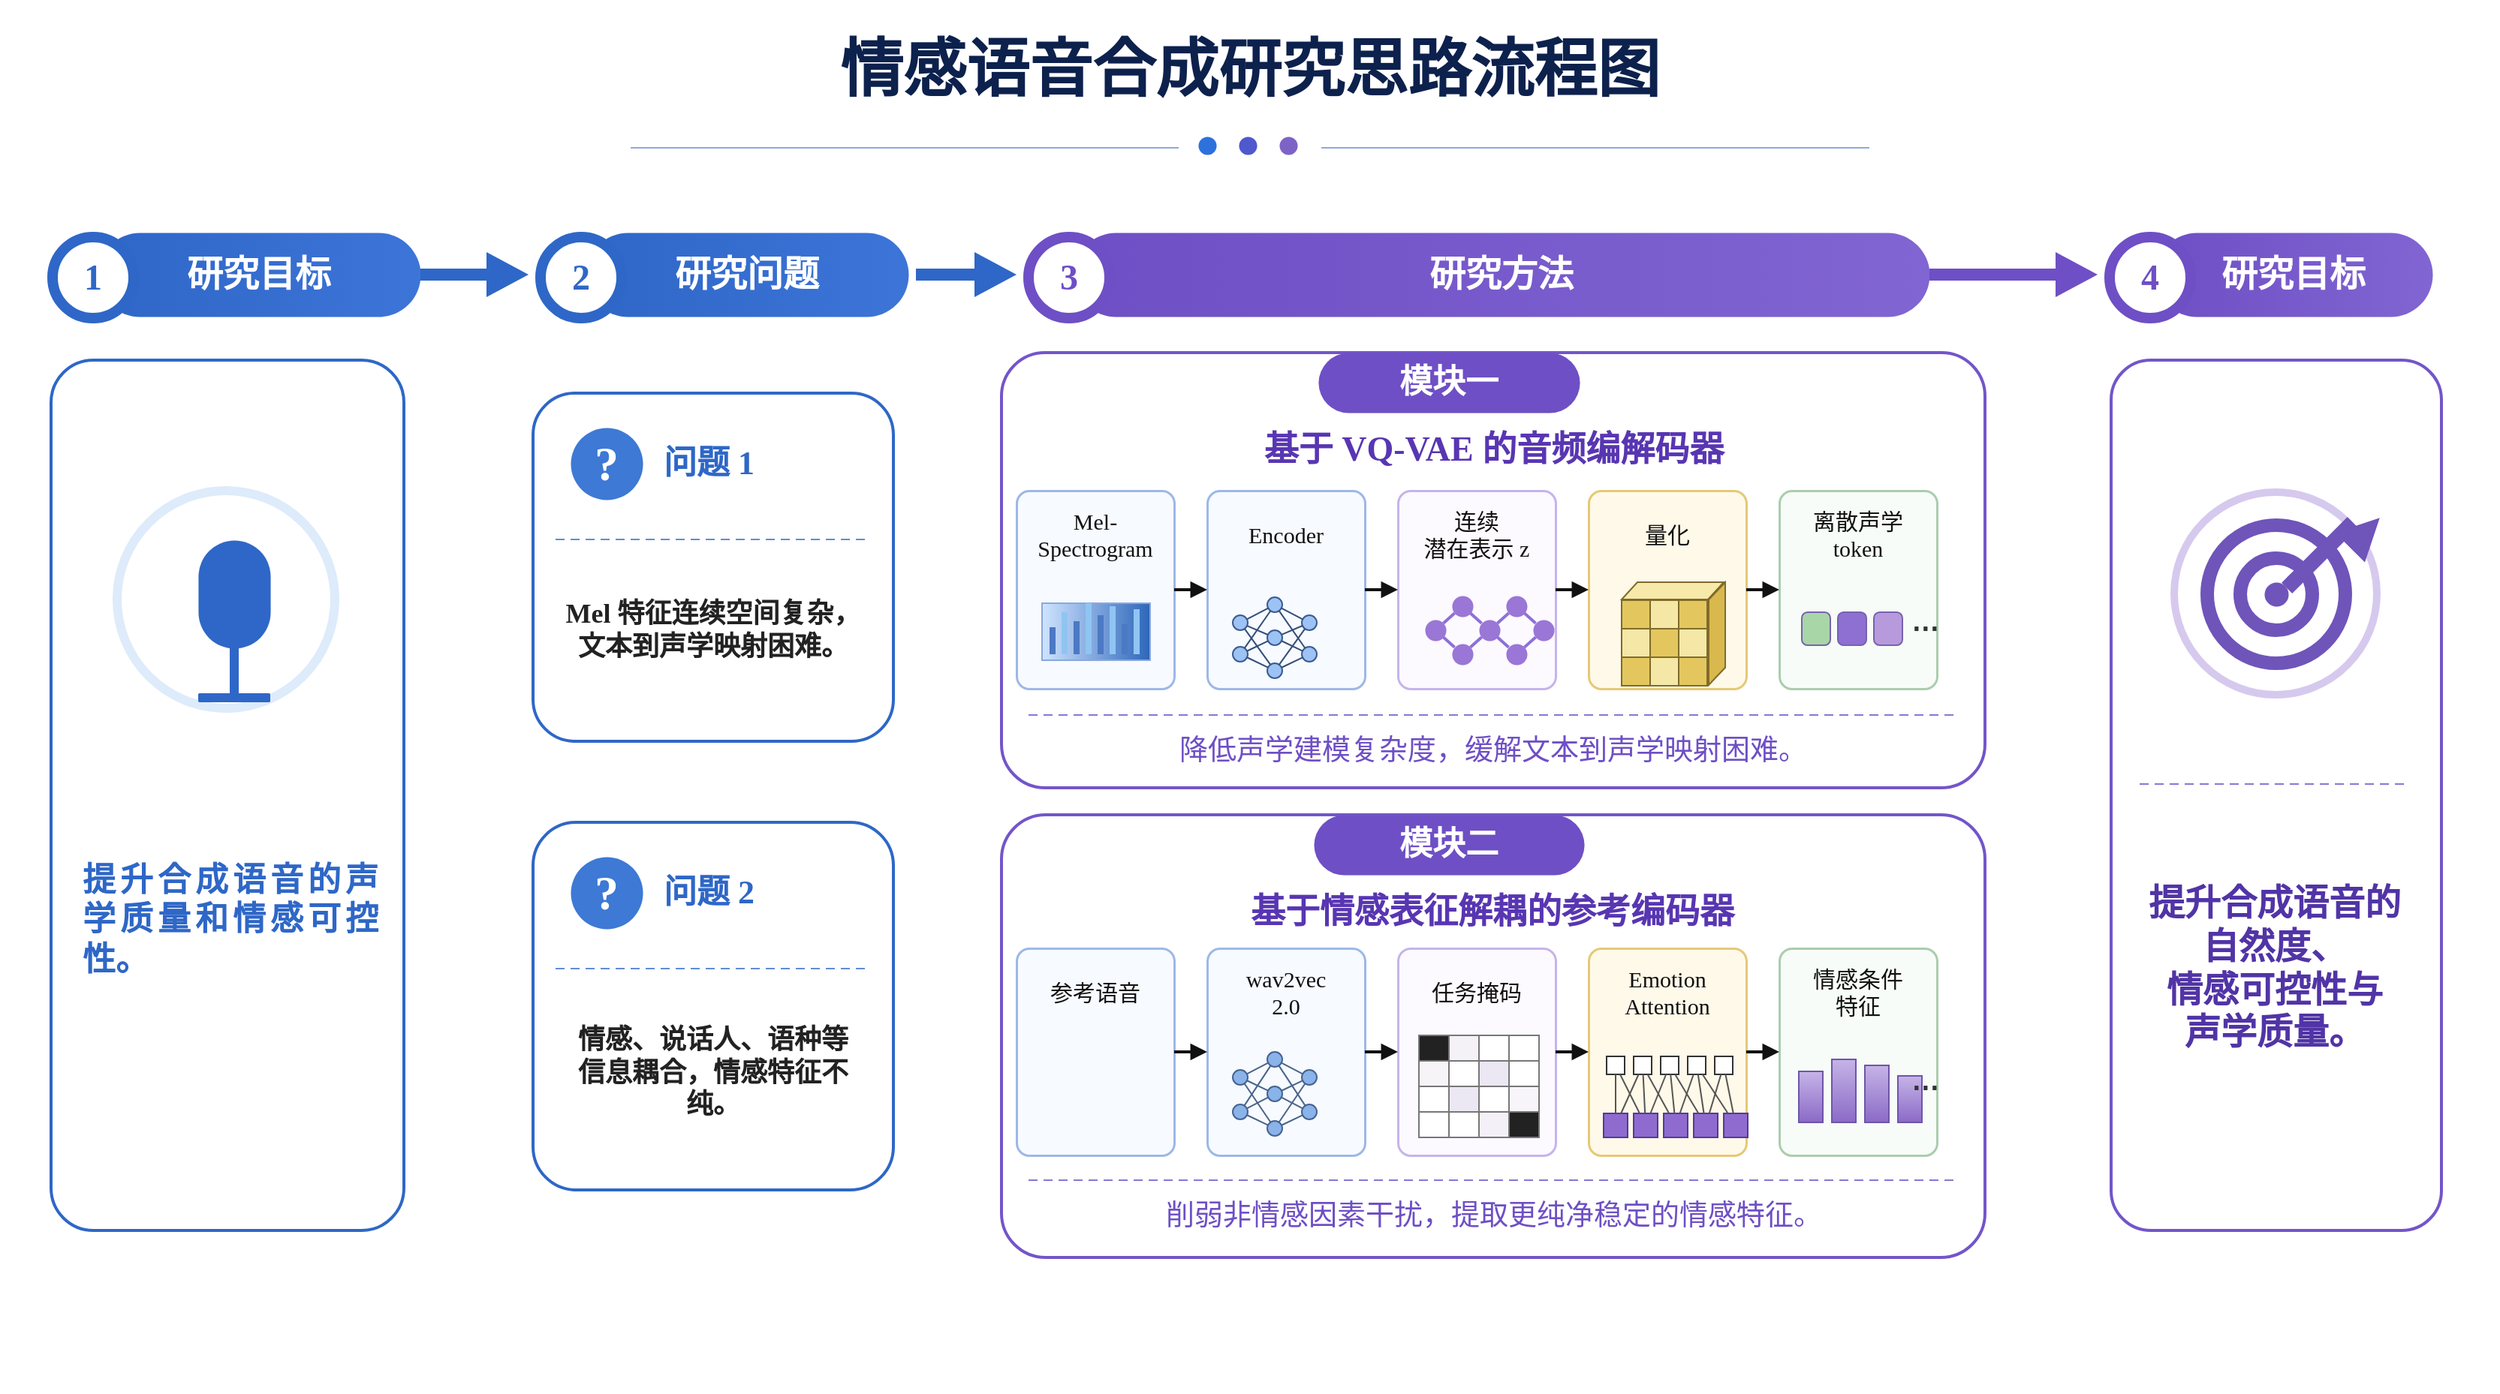
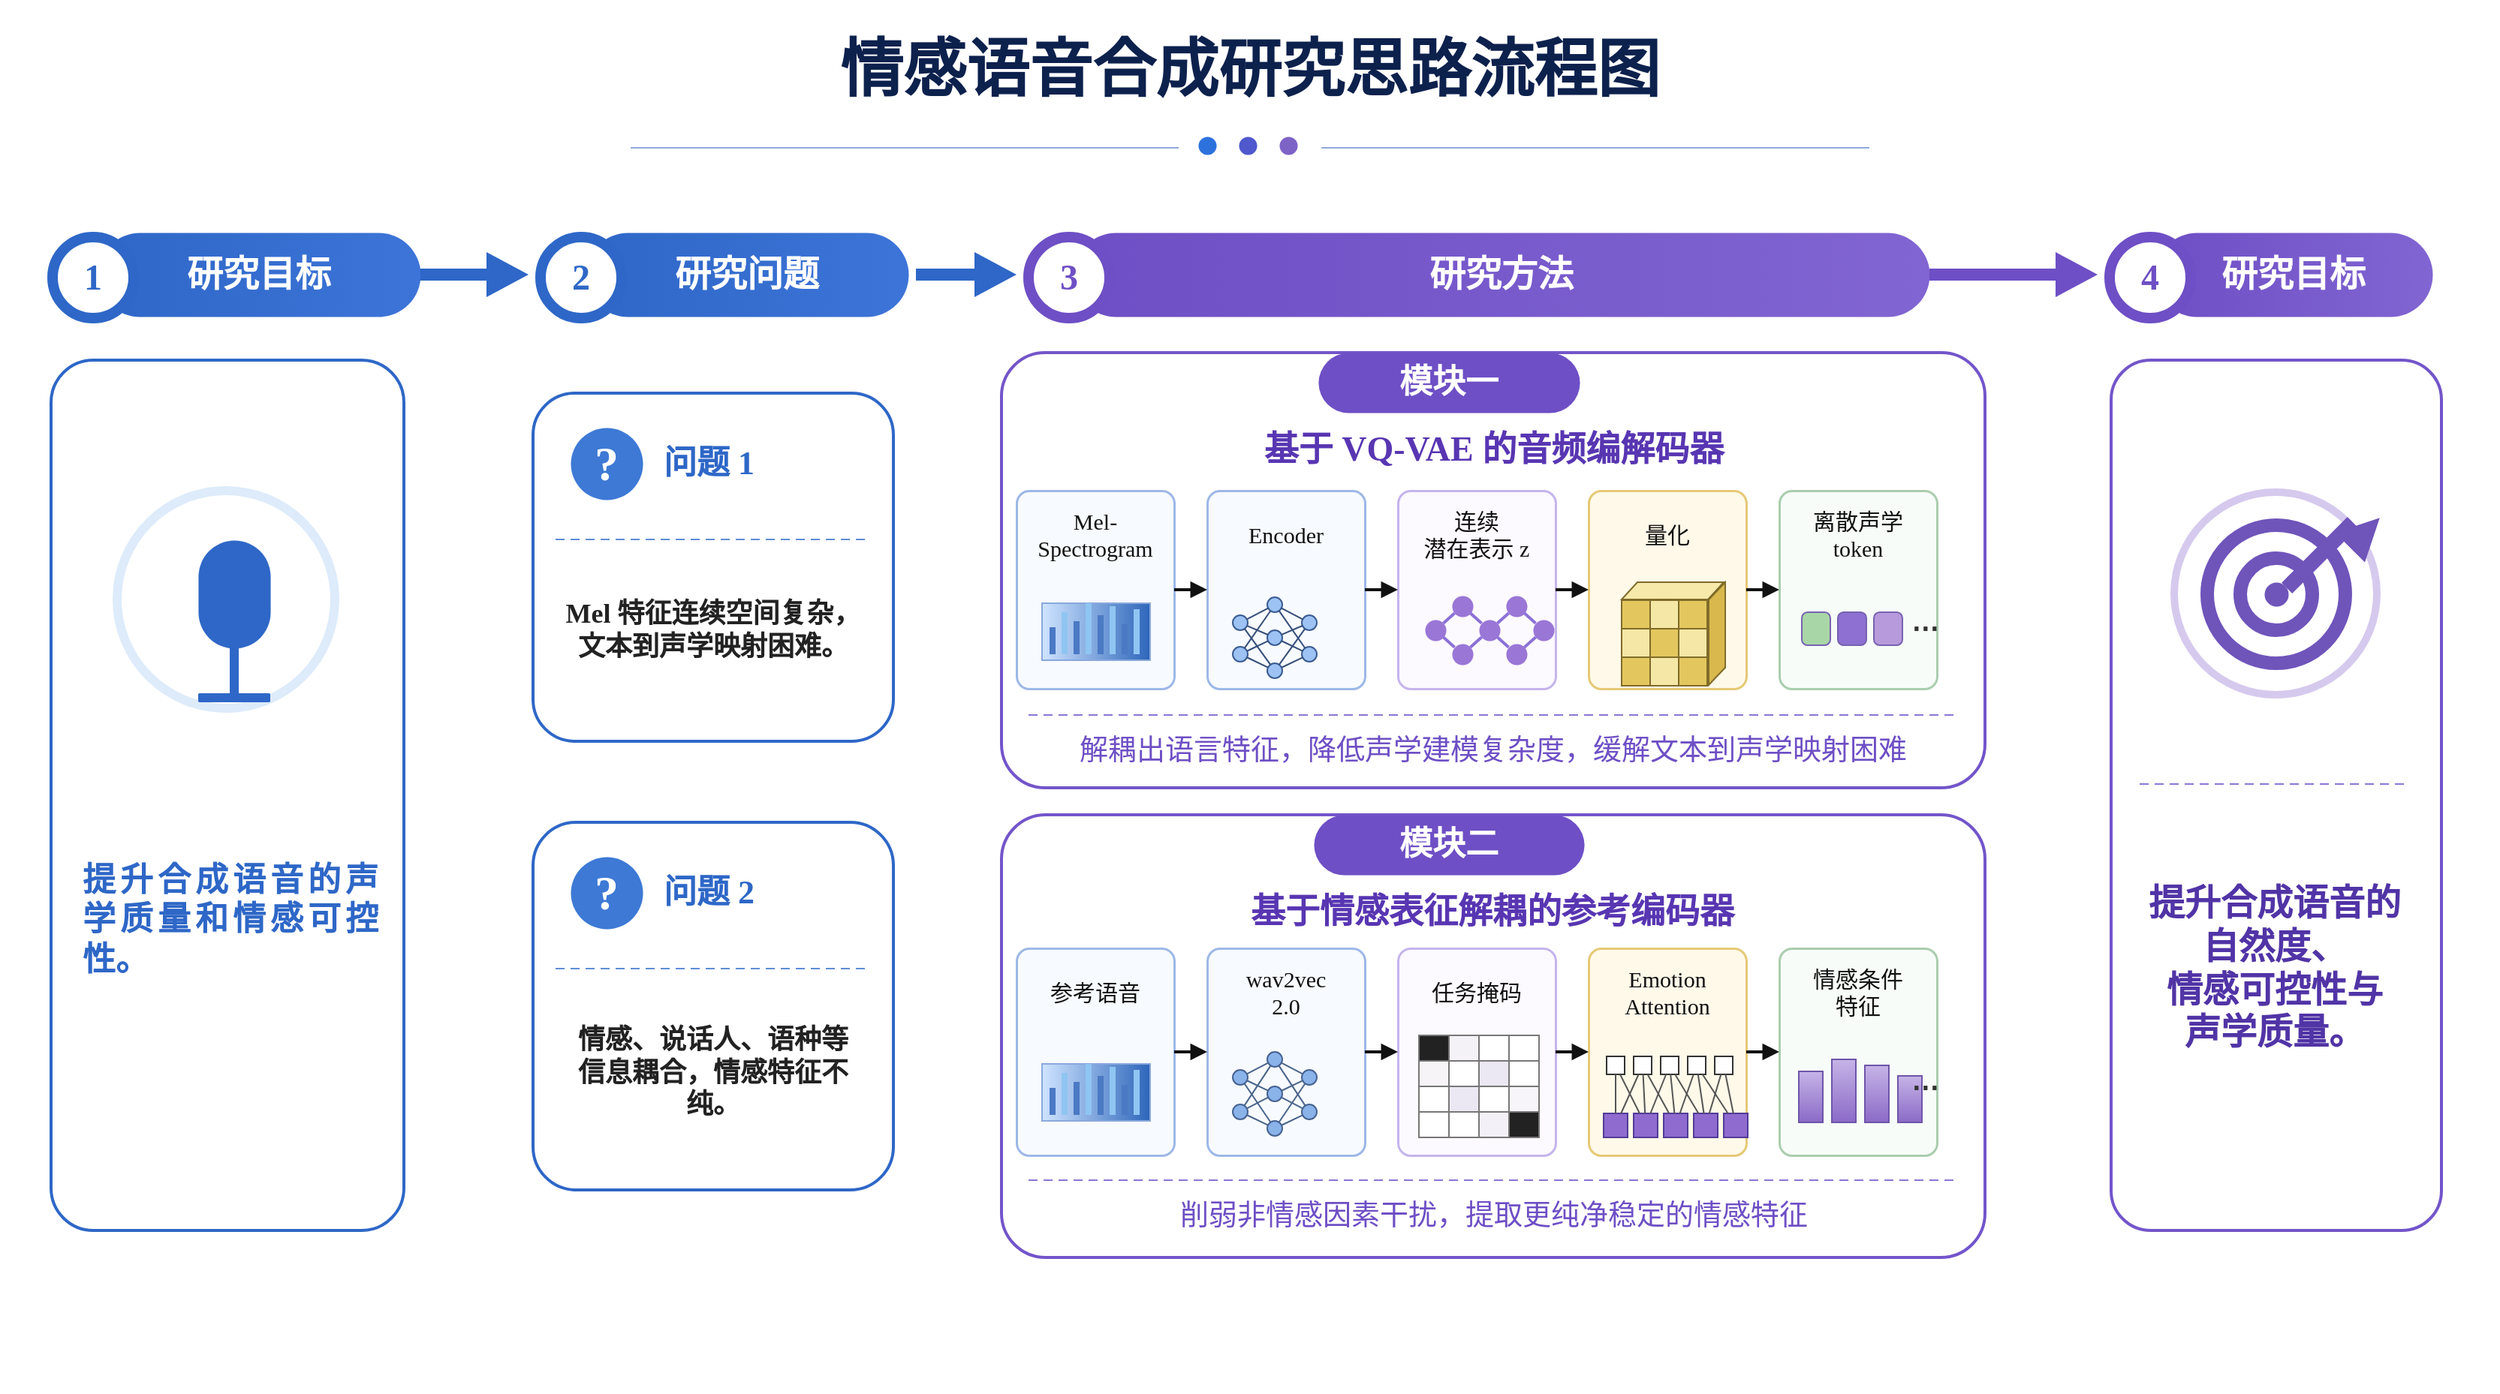
<mxfile host="app.diagrams.net">
  <diagram name="第 1 页" id="fVVEHDjkvuh4-jfM98xs">
-     <mxGraphModel dx="2060" dy="1284" grid="1" gridSize="1" guides="1" tooltips="1" connect="1" arrows="1" fold="1" page="1" pageScale="1" pageWidth="1664" pageHeight="928" math="1" shadow="0">
+     <mxGraphModel dx="490" dy="306" grid="1" gridSize="1" guides="1" tooltips="1" connect="1" arrows="1" fold="1" page="1" pageScale="1" pageWidth="1664" pageHeight="928" math="1" shadow="0">
      <root>
        <mxCell id="0" />
        <mxCell id="1" parent="0" />
        <mxCell id="v2" parent="1" style="shape=rect;fillColor=#FFFFFF;strokeColor=none;fontFamily=Comic Sans MS;" value="" vertex="1">
          <mxGeometry height="928" width="1664" as="geometry" />
        </mxCell>
        <mxCell id="v3" parent="1" style="text;html=1;whiteSpace=wrap;align=center;verticalAlign=middle;fontFamily=Comic Sans MS;fontSize=42;fontColor=#0D214D;fontStyle=1;spacing=0;" value="情感语音合成研究思路流程图" vertex="1">
          <mxGeometry height="58" width="885" x="390" y="18" as="geometry" />
        </mxCell>
        <mxCell id="v4" parent="1" style="shape=line;strokeColor=#90A8DA;strokeWidth=1;fontFamily=Comic Sans MS;" value="" vertex="1">
          <mxGeometry height="1" width="365" x="420" y="98" as="geometry" />
        </mxCell>
        <mxCell id="v5" parent="1" style="shape=line;strokeColor=#90A8DA;strokeWidth=1;fontFamily=Comic Sans MS;" value="" vertex="1">
          <mxGeometry height="1" width="365" x="880" y="98" as="geometry" />
        </mxCell>
        <mxCell id="v6" parent="1" style="ellipse;whiteSpace=wrap;html=1;fillColor=#2D71DD;strokeColor=#2D71DD;strokeWidth=0;fontFamily=Comic Sans MS;" value="" vertex="1">
          <mxGeometry height="12" width="12" x="798" y="91" as="geometry" />
        </mxCell>
        <mxCell id="v7" parent="1" style="ellipse;whiteSpace=wrap;html=1;fillColor=#4F58CD;strokeColor=#4F58CD;strokeWidth=0;fontFamily=Comic Sans MS;" value="" vertex="1">
          <mxGeometry height="12" width="12" x="825" y="91" as="geometry" />
        </mxCell>
        <mxCell id="v8" parent="1" style="ellipse;whiteSpace=wrap;html=1;fillColor=#7E63C7;strokeColor=#7E63C7;strokeWidth=0;fontFamily=Comic Sans MS;" value="" vertex="1">
          <mxGeometry height="12" width="12" x="852" y="91" as="geometry" />
        </mxCell>
        <mxCell id="v9" parent="1" style="rounded=1;arcSize=50;whiteSpace=wrap;html=1;fillColor=#2E67C7;strokeColor=none;strokeWidth=0;fontFamily=Comic Sans MS;gradientColor=#3D74D8;gradientDirection=east;fontSize=24;fontColor=#FFFFFF;fontStyle=1;align=center;verticalAlign=middle;" value="研究目标" vertex="1">
          <mxGeometry height="56" width="215" x="65" y="155" as="geometry" />
        </mxCell>
        <mxCell id="v10" parent="1" style="ellipse;whiteSpace=wrap;html=1;fillColor=#FFFFFF;strokeColor=#2E67C7;strokeWidth=7;fontFamily=Comic Sans MS;fontSize=24;fontColor=#2E67C7;fontStyle=1;align=center;verticalAlign=middle;" value="1" vertex="1">
          <mxGeometry height="54" width="54" x="35" y="158" as="geometry" />
        </mxCell>
        <mxCell id="v11" parent="1" style="rounded=1;arcSize=50;whiteSpace=wrap;html=1;fillColor=#2E67C7;strokeColor=none;strokeWidth=0;fontFamily=Comic Sans MS;gradientColor=#3D74D8;gradientDirection=east;fontSize=24;fontColor=#FFFFFF;fontStyle=1;align=center;verticalAlign=middle;" value="研究问题" vertex="1">
          <mxGeometry height="56" width="215" x="390" y="155" as="geometry" />
        </mxCell>
        <mxCell id="v12" parent="1" style="ellipse;whiteSpace=wrap;html=1;fillColor=#FFFFFF;strokeColor=#2E67C7;strokeWidth=7;fontFamily=Comic Sans MS;fontSize=24;fontColor=#2E67C7;fontStyle=1;align=center;verticalAlign=middle;" value="2" vertex="1">
          <mxGeometry height="54" width="54" x="360" y="158" as="geometry" />
        </mxCell>
        <mxCell id="v13" parent="1" style="rounded=1;arcSize=50;whiteSpace=wrap;html=1;fillColor=#6E4FC5;strokeColor=none;strokeWidth=0;fontFamily=Comic Sans MS;gradientColor=#8165D2;gradientDirection=east;fontSize=24;fontColor=#FFFFFF;fontStyle=1;align=center;verticalAlign=middle;" value="研究方法" vertex="1">
          <mxGeometry height="56" width="570" x="715" y="155" as="geometry" />
        </mxCell>
        <mxCell id="v14" parent="1" style="ellipse;whiteSpace=wrap;html=1;fillColor=#FFFFFF;strokeColor=#6E4FC5;strokeWidth=7;fontFamily=Comic Sans MS;fontSize=24;fontColor=#6E4FC5;fontStyle=1;align=center;verticalAlign=middle;" value="3" vertex="1">
          <mxGeometry height="54" width="54" x="685" y="158" as="geometry" />
        </mxCell>
        <mxCell id="v15" parent="1" style="rounded=1;arcSize=50;whiteSpace=wrap;html=1;fillColor=#6E4FC5;strokeColor=none;strokeWidth=0;fontFamily=Comic Sans MS;gradientColor=#8165D2;gradientDirection=east;fontSize=24;fontColor=#FFFFFF;fontStyle=1;align=center;verticalAlign=middle;" value="研究目标" vertex="1">
          <mxGeometry height="56" width="185" x="1435" y="155" as="geometry" />
        </mxCell>
        <mxCell id="v16" parent="1" style="ellipse;whiteSpace=wrap;html=1;fillColor=#FFFFFF;strokeColor=#6E4FC5;strokeWidth=7;fontFamily=Comic Sans MS;fontSize=24;fontColor=#6E4FC5;fontStyle=1;align=center;verticalAlign=middle;" value="4" vertex="1">
          <mxGeometry height="54" width="54" x="1405" y="158" as="geometry" />
        </mxCell>
        <mxCell id="v17" parent="1" style="shape=rect;fillColor=#2E67C7;strokeColor=none;fontFamily=Comic Sans MS;" value="" vertex="1">
          <mxGeometry height="8" width="52" x="280" y="179" as="geometry" />
        </mxCell>
        <mxCell id="v18" parent="1" style="shape=triangle;direction=east;fillColor=#2E67C7;strokeColor=none;fontFamily=Comic Sans MS;" value="" vertex="1">
          <mxGeometry height="30" width="28" x="324" y="168" as="geometry" />
        </mxCell>
        <mxCell id="v19" parent="1" style="shape=rect;fillColor=#2E67C7;strokeColor=none;fontFamily=Comic Sans MS;" value="" vertex="1">
          <mxGeometry height="8" width="47" x="610" y="179" as="geometry" />
        </mxCell>
        <mxCell id="v20" parent="1" style="shape=triangle;direction=east;fillColor=#2E67C7;strokeColor=none;fontFamily=Comic Sans MS;" value="" vertex="1">
          <mxGeometry height="30" width="28" x="649" y="168" as="geometry" />
        </mxCell>
        <mxCell id="v21" parent="1" style="shape=rect;fillColor=#6E4FC5;strokeColor=none;fontFamily=Comic Sans MS;" value="" vertex="1">
          <mxGeometry height="8" width="92" x="1285" y="179" as="geometry" />
        </mxCell>
        <mxCell id="v22" parent="1" style="shape=triangle;direction=east;fillColor=#6E4FC5;strokeColor=none;fontFamily=Comic Sans MS;" value="" vertex="1">
          <mxGeometry height="30" width="28" x="1369" y="168" as="geometry" />
        </mxCell>
        <mxCell id="v23" parent="1" style="rounded=1;arcSize=12;whiteSpace=wrap;html=1;fillColor=#FFFFFF;strokeColor=#2E67C7;strokeWidth=2;fontFamily=Comic Sans MS;" value="" vertex="1">
          <mxGeometry height="580" width="235" x="34" y="240" as="geometry" />
        </mxCell>
        <mxCell id="v24" parent="1" style="rounded=1;arcSize=12;whiteSpace=wrap;html=1;fillColor=#FFFFFF;strokeColor=#2E67C7;strokeWidth=2;fontFamily=Comic Sans MS;" value="" vertex="1">
          <mxGeometry height="232" width="240" x="355" y="262" as="geometry" />
        </mxCell>
        <mxCell id="v25" parent="1" style="rounded=1;arcSize=12;whiteSpace=wrap;html=1;fillColor=#FFFFFF;strokeColor=#2E67C7;strokeWidth=2;fontFamily=Comic Sans MS;" value="" vertex="1">
          <mxGeometry height="245" width="240" x="355" y="548" as="geometry" />
        </mxCell>
        <mxCell id="v26" parent="1" style="rounded=1;arcSize=10;whiteSpace=wrap;html=1;fillColor=#FFFFFF;strokeColor=#7355CA;strokeWidth=2;fontFamily=Comic Sans MS;" value="" vertex="1">
          <mxGeometry height="290" width="655" x="667" y="235" as="geometry" />
        </mxCell>
        <mxCell id="v27" parent="1" style="rounded=1;arcSize=10;whiteSpace=wrap;html=1;fillColor=#FFFFFF;strokeColor=#7355CA;strokeWidth=2;fontFamily=Comic Sans MS;" value="" vertex="1">
          <mxGeometry height="295" width="655" x="667" y="543" as="geometry" />
        </mxCell>
        <mxCell id="v28" parent="1" style="rounded=1;arcSize=12;whiteSpace=wrap;html=1;fillColor=#FFFFFF;strokeColor=#7355CA;strokeWidth=2;fontFamily=Comic Sans MS;" value="" vertex="1">
          <mxGeometry height="580" width="220" x="1406" y="240" as="geometry" />
        </mxCell>
        <mxCell id="v29" parent="1" style="ellipse;whiteSpace=wrap;html=1;fillColor=#FFFFFF;strokeColor=#DDEBFA;strokeWidth=6;fontFamily=Comic Sans MS;" value="" vertex="1">
          <mxGeometry height="145" width="145" x="78" y="327" as="geometry" />
        </mxCell>
        <mxCell id="v30" parent="1" style="rounded=1;arcSize=50;whiteSpace=wrap;html=1;fillColor=#2E67C7;strokeColor=#2E67C7;strokeWidth=0;fontFamily=Comic Sans MS;" value="" vertex="1">
          <mxGeometry height="72" width="48" x="132" y="360" as="geometry" />
        </mxCell>
        <mxCell id="v31" parent="1" style="shape=mxgraph.basic.arc;startAngle=180;endAngle=360;fillColor=none;strokeColor=#2E67C7;strokeWidth=5;fontFamily=Comic Sans MS;" value="" vertex="1">
          <mxGeometry height="58" width="70" x="121" y="388" as="geometry" />
        </mxCell>
        <mxCell id="v32" parent="1" style="shape=rect;fillColor=#2E67C7;strokeColor=none;fontFamily=Comic Sans MS;" value="" vertex="1">
          <mxGeometry height="34" width="6" x="153" y="431" as="geometry" />
        </mxCell>
        <mxCell id="v33" parent="1" style="shape=rect;fillColor=#2E67C7;strokeColor=none;rounded=1;fontFamily=Comic Sans MS;" value="" vertex="1">
          <mxGeometry height="6" width="48" x="132" y="462" as="geometry" />
        </mxCell>
        <mxCell id="v34" parent="1" style="shape=mxgraph.basic.arc;startAngle=90;endAngle=270;direction=west;fillColor=none;strokeColor=#2E67C7;strokeWidth=4;fontFamily=Comic Sans MS;" value="" vertex="1">
          <mxGeometry height="38" width="18" x="90" y="380" as="geometry" />
        </mxCell>
        <mxCell id="v35" parent="1" style="shape=mxgraph.basic.arc;startAngle=90;endAngle=270;direction=west;fillColor=none;strokeColor=#2E67C7;strokeWidth=4;fontFamily=Comic Sans MS;" value="" vertex="1">
          <mxGeometry height="54" width="28" x="82" y="372" as="geometry" />
        </mxCell>
        <mxCell id="v36" parent="1" style="shape=mxgraph.basic.arc;startAngle=90;endAngle=270;direction=east;fillColor=none;strokeColor=#2E67C7;strokeWidth=4;fontFamily=Comic Sans MS;" value="" vertex="1">
          <mxGeometry height="38" width="18" x="193" y="380" as="geometry" />
        </mxCell>
        <mxCell id="v37" parent="1" style="shape=mxgraph.basic.arc;startAngle=90;endAngle=270;direction=east;fillColor=none;strokeColor=#2E67C7;strokeWidth=4;fontFamily=Comic Sans MS;" value="" vertex="1">
          <mxGeometry height="54" width="28" x="192" y="372" as="geometry" />
        </mxCell>
        <mxCell id="v38" parent="1" style="text;html=1;whiteSpace=wrap;align=left;verticalAlign=middle;fontFamily=Comic Sans MS;fontSize=22;fontColor=#111111;fontStyle=0;spacing=0;" value="&lt;div style=&quot;text-align: justify;&quot;&gt;&lt;b style=&quot;background-color: transparent; color: light-dark(rgb(46, 103, 199), rgb(237, 237, 237));&quot;&gt;提升合成语音的声学质量和情感可控性。&lt;/b&gt;&lt;/div&gt;" vertex="1">
          <mxGeometry height="225" width="195" x="55" y="500" as="geometry" />
        </mxCell>
        <mxCell id="v39" parent="1" style="ellipse;whiteSpace=wrap;html=1;fillColor=#3D79D5;strokeColor=#3D79D5;strokeWidth=0;fontFamily=Comic Sans MS;fontSize=32;fontColor=#FFFFFF;fontStyle=1;align=center;verticalAlign=middle;" value="?" vertex="1">
          <mxGeometry height="48" width="48" x="380" y="285" as="geometry" />
        </mxCell>
        <mxCell id="v40" parent="1" style="text;html=1;whiteSpace=wrap;align=left;verticalAlign=middle;fontFamily=Comic Sans MS;fontSize=22;fontColor=#2E67C7;fontStyle=1;spacing=0;" value="问题 1" vertex="1">
          <mxGeometry height="44" width="120" x="442" y="287" as="geometry" />
        </mxCell>
        <mxCell id="v41" parent="1" style="shape=line;strokeColor=#5F8DD6;strokeWidth=1;dashed=1;dashPattern=6 4;fontFamily=Comic Sans MS;" value="" vertex="1">
          <mxGeometry height="1" width="210" x="370" y="359" as="geometry" />
        </mxCell>
        <mxCell id="v42" parent="1" style="ellipse;whiteSpace=wrap;html=1;fillColor=#3D79D5;strokeColor=#3D79D5;strokeWidth=0;fontFamily=Comic Sans MS;fontSize=32;fontColor=#FFFFFF;fontStyle=1;align=center;verticalAlign=middle;" value="?" vertex="1">
          <mxGeometry height="48" width="48" x="380" y="571" as="geometry" />
        </mxCell>
        <mxCell id="v43" parent="1" style="text;html=1;whiteSpace=wrap;align=left;verticalAlign=middle;fontFamily=Comic Sans MS;fontSize=22;fontColor=#2E67C7;fontStyle=1;spacing=0;" value="问题 2" vertex="1">
          <mxGeometry height="44" width="120" x="442" y="573" as="geometry" />
        </mxCell>
        <mxCell id="v44" parent="1" style="shape=line;strokeColor=#5F8DD6;strokeWidth=1;dashed=1;dashPattern=6 4;fontFamily=Comic Sans MS;" value="" vertex="1">
          <mxGeometry height="1" width="210" x="370" y="645" as="geometry" />
        </mxCell>
        <mxCell id="v45" parent="1" style="text;html=1;whiteSpace=wrap;align=center;verticalAlign=middle;fontFamily=Comic Sans MS;fontSize=18;fontColor=#222222;fontStyle=0;spacing=0;" value="&lt;b&gt;Mel 特征连续空间复杂，&lt;br&gt;文本到声学映射困难。&lt;/b&gt;" vertex="1">
          <mxGeometry height="110" width="210" x="370" y="365" as="geometry" />
        </mxCell>
        <mxCell id="v46" parent="1" style="text;html=1;whiteSpace=wrap;align=center;verticalAlign=middle;fontFamily=Comic Sans MS;fontSize=18;fontColor=#222222;fontStyle=0;spacing=0;" value="&lt;b&gt;情感、说话人、语种等&lt;br&gt;信息耦合，情感特征不纯。&lt;/b&gt;" vertex="1">
          <mxGeometry height="115" width="210" x="370" y="657" as="geometry" />
        </mxCell>
        <mxCell id="e47" edge="1" parent="1" style="edgeStyle=orthogonalEdgeStyle;rounded=0;html=1;strokeColor=#3B72CA;strokeWidth=3;dashed=1;dashPattern=6 4;endArrow=block;endFill=1;" value="">
          <mxGeometry relative="1" as="geometry">
            <Array as="points">
              <mxPoint x="278" y="510" />
              <mxPoint x="310" y="510" />
              <mxPoint x="310" y="378" />
              <mxPoint x="350" y="378" />
            </Array>
          </mxGeometry>
        </mxCell>
        <mxCell id="e48" edge="1" parent="1" style="edgeStyle=orthogonalEdgeStyle;rounded=0;html=1;strokeColor=#3B72CA;strokeWidth=3;dashed=1;dashPattern=6 4;endArrow=block;endFill=1;" value="">
          <mxGeometry relative="1" as="geometry">
            <Array as="points">
              <mxPoint x="278" y="510" />
              <mxPoint x="310" y="510" />
              <mxPoint x="310" y="670" />
              <mxPoint x="350" y="670" />
            </Array>
          </mxGeometry>
        </mxCell>
        <mxCell id="e49" edge="1" parent="1" style="edgeStyle=orthogonalEdgeStyle;rounded=0;html=1;strokeColor=#6E4FC5;strokeWidth=3;dashed=1;dashPattern=6 4;endArrow=block;endFill=1;" value="">
          <mxGeometry relative="1" as="geometry">
            <Array as="points">
              <mxPoint x="595" y="378" />
              <mxPoint x="625" y="378" />
              <mxPoint x="625" y="356" />
              <mxPoint x="665" y="356" />
            </Array>
          </mxGeometry>
        </mxCell>
        <mxCell id="e50" edge="1" parent="1" style="edgeStyle=orthogonalEdgeStyle;rounded=0;html=1;strokeColor=#6E4FC5;strokeWidth=3;dashed=1;dashPattern=6 4;endArrow=block;endFill=1;" value="">
          <mxGeometry relative="1" as="geometry">
            <Array as="points">
              <mxPoint x="595" y="670" />
              <mxPoint x="625" y="670" />
              <mxPoint x="625" y="695" />
              <mxPoint x="665" y="695" />
            </Array>
          </mxGeometry>
        </mxCell>
        <mxCell id="v51" parent="1" style="rounded=1;arcSize=50;whiteSpace=wrap;html=1;fillColor=#6E4FC5;strokeColor=#6E4FC5;strokeWidth=0;fontFamily=Comic Sans MS;fontSize=22;fontColor=#FFFFFF;fontStyle=1;align=center;verticalAlign=middle;" value="模块一" vertex="1">
          <mxGeometry height="40" width="174" x="878" y="235" as="geometry" />
        </mxCell>
        <mxCell id="v52" parent="1" style="rounded=1;arcSize=50;whiteSpace=wrap;html=1;fillColor=#6E4FC5;strokeColor=#6E4FC5;strokeWidth=0;fontFamily=Comic Sans MS;fontSize=22;fontColor=#FFFFFF;fontStyle=1;align=center;verticalAlign=middle;" value="模块二" vertex="1">
          <mxGeometry height="40" width="180" x="875" y="543" as="geometry" />
        </mxCell>
        <mxCell id="v53" parent="1" style="text;html=1;whiteSpace=wrap;align=center;verticalAlign=middle;fontFamily=Comic Sans MS;fontSize=23;fontColor=#5836B2;fontStyle=1;spacing=0;" value="基于 VQ-VAE 的音频编解码器" vertex="1">
          <mxGeometry height="38" width="520" x="735" y="280" as="geometry" />
        </mxCell>
        <mxCell id="v54" parent="1" style="text;html=1;whiteSpace=wrap;align=center;verticalAlign=middle;fontFamily=Comic Sans MS;fontSize=23;fontColor=#5836B2;fontStyle=1;spacing=0;" value="基于情感表征解耦的参考编码器" vertex="1">
          <mxGeometry height="38" width="580" x="704" y="588" as="geometry" />
        </mxCell>
        <mxCell id="v55" parent="1" style="rounded=1;arcSize=8;whiteSpace=wrap;html=1;fillColor=#F7FAFF;strokeColor=#9DB8E7;strokeWidth=1.5;fontFamily=Comic Sans MS;" value="" vertex="1">
          <mxGeometry height="132" width="105" x="677" y="327" as="geometry" />
        </mxCell>
        <mxCell id="v56" parent="1" style="text;html=1;whiteSpace=wrap;align=center;verticalAlign=middle;fontFamily=Comic Sans MS;fontSize=15;fontColor=#111111;fontStyle=0;spacing=0;" value="Mel-&lt;br&gt;Spectrogram" vertex="1">
          <mxGeometry height="42" width="95" x="682" y="335" as="geometry" />
        </mxCell>
        <mxCell id="v57" parent="1" style="rounded=1;arcSize=8;whiteSpace=wrap;html=1;fillColor=#F7FAFF;strokeColor=#9DB8E7;strokeWidth=1.5;fontFamily=Comic Sans MS;" value="" vertex="1">
          <mxGeometry height="132" width="105" x="804" y="327" as="geometry" />
        </mxCell>
        <mxCell id="v58" parent="1" style="text;html=1;whiteSpace=wrap;align=center;verticalAlign=middle;fontFamily=Comic Sans MS;fontSize=15;fontColor=#111111;fontStyle=0;spacing=0;" value="Encoder" vertex="1">
          <mxGeometry height="42" width="95" x="809" y="335" as="geometry" />
        </mxCell>
        <mxCell id="v59" parent="1" style="rounded=1;arcSize=8;whiteSpace=wrap;html=1;fillColor=#FCF9FF;strokeColor=#C5B4EC;strokeWidth=1.5;fontFamily=Comic Sans MS;" value="" vertex="1">
          <mxGeometry height="132" width="105" x="931" y="327" as="geometry" />
        </mxCell>
        <mxCell id="v60" parent="1" style="text;html=1;whiteSpace=wrap;align=center;verticalAlign=middle;fontFamily=Comic Sans MS;fontSize=15;fontColor=#111111;fontStyle=0;spacing=0;" value="连续&lt;br&gt;潜在表示 z" vertex="1">
          <mxGeometry height="42" width="95" x="936" y="335" as="geometry" />
        </mxCell>
        <mxCell id="v61" parent="1" style="rounded=1;arcSize=8;whiteSpace=wrap;html=1;fillColor=#FFF9E9;strokeColor=#E5C976;strokeWidth=1.5;fontFamily=Comic Sans MS;" value="" vertex="1">
          <mxGeometry height="132" width="105" x="1058" y="327" as="geometry" />
        </mxCell>
        <mxCell id="v62" parent="1" style="text;html=1;whiteSpace=wrap;align=center;verticalAlign=middle;fontFamily=Comic Sans MS;fontSize=15;fontColor=#111111;fontStyle=0;spacing=0;" value="量化" vertex="1">
          <mxGeometry height="42" width="95" x="1063" y="335" as="geometry" />
        </mxCell>
        <mxCell id="v63" parent="1" style="rounded=1;arcSize=8;whiteSpace=wrap;html=1;fillColor=#F7FCF8;strokeColor=#AACDAE;strokeWidth=1.5;fontFamily=Comic Sans MS;" value="" vertex="1">
          <mxGeometry height="132" width="105" x="1185" y="327" as="geometry" />
        </mxCell>
        <mxCell id="v64" parent="1" style="text;html=1;whiteSpace=wrap;align=center;verticalAlign=middle;fontFamily=Comic Sans MS;fontSize=15;fontColor=#111111;fontStyle=0;spacing=0;" value="离散声学&lt;br&gt;token" vertex="1">
          <mxGeometry height="42" width="95" x="1190" y="335" as="geometry" />
        </mxCell>
        <mxCell id="e65" edge="1" parent="1" source="v55" style="edgeStyle=orthogonalEdgeStyle;rounded=0;html=1;strokeColor=#111111;strokeWidth=2;endArrow=block;endFill=1;fontFamily=Comic Sans MS;" target="v57" value="">
          <mxGeometry relative="1" as="geometry" />
        </mxCell>
        <mxCell id="e66" edge="1" parent="1" source="v57" style="edgeStyle=orthogonalEdgeStyle;rounded=0;html=1;strokeColor=#111111;strokeWidth=2;endArrow=block;endFill=1;fontFamily=Comic Sans MS;" target="v59" value="">
          <mxGeometry relative="1" as="geometry" />
        </mxCell>
        <mxCell id="e67" edge="1" parent="1" source="v59" style="edgeStyle=orthogonalEdgeStyle;rounded=0;html=1;strokeColor=#111111;strokeWidth=2;endArrow=block;endFill=1;fontFamily=Comic Sans MS;" target="v61" value="">
          <mxGeometry relative="1" as="geometry" />
        </mxCell>
        <mxCell id="e68" edge="1" parent="1" source="v61" style="edgeStyle=orthogonalEdgeStyle;rounded=0;html=1;strokeColor=#111111;strokeWidth=2;endArrow=block;endFill=1;fontFamily=Comic Sans MS;" target="v63" value="">
          <mxGeometry relative="1" as="geometry" />
        </mxCell>
-         <mxCell id="v69" parent="1" style="shape=rect;rounded=0;fillColor=#CFE4FF;gradientColor=#2D66BA;gradientDirection=east;strokeColor=#8AA8DC;fontFamily=Comic Sans MS;" value="" vertex="1">
-           <mxGeometry height="38" width="72" x="694" y="402" as="geometry" />
-         </mxCell>
-         <mxCell id="v70" parent="1" style="shape=rect;fillColor=#4B79C4;strokeColor=none;fontFamily=Comic Sans MS;" value="" vertex="1">
-           <mxGeometry height="18" width="4" x="699" y="418" as="geometry" />
-         </mxCell>
-         <mxCell id="v71" parent="1" style="shape=rect;fillColor=#8FC5F2;strokeColor=none;fontFamily=Comic Sans MS;" value="" vertex="1">
-           <mxGeometry height="28" width="4" x="707" y="408" as="geometry" />
-         </mxCell>
-         <mxCell id="v72" parent="1" style="shape=rect;fillColor=#4B79C4;strokeColor=none;fontFamily=Comic Sans MS;" value="" vertex="1">
-           <mxGeometry height="22" width="4" x="715" y="414" as="geometry" />
-         </mxCell>
-         <mxCell id="v73" parent="1" style="shape=rect;fillColor=#8FC5F2;strokeColor=none;fontFamily=Comic Sans MS;" value="" vertex="1">
-           <mxGeometry height="34" width="4" x="723" y="402" as="geometry" />
-         </mxCell>
-         <mxCell id="v74" parent="1" style="shape=rect;fillColor=#4B79C4;strokeColor=none;fontFamily=Comic Sans MS;" value="" vertex="1">
-           <mxGeometry height="26" width="4" x="731" y="410" as="geometry" />
-         </mxCell>
-         <mxCell id="v75" parent="1" style="shape=rect;fillColor=#8FC5F2;strokeColor=none;fontFamily=Comic Sans MS;" value="" vertex="1">
-           <mxGeometry height="32" width="4" x="739" y="404" as="geometry" />
-         </mxCell>
-         <mxCell id="v76" parent="1" style="shape=rect;fillColor=#4B79C4;strokeColor=none;fontFamily=Comic Sans MS;" value="" vertex="1">
-           <mxGeometry height="20" width="4" x="747" y="416" as="geometry" />
-         </mxCell>
-         <mxCell id="v77" parent="1" style="shape=rect;fillColor=#8FC5F2;strokeColor=none;fontFamily=Comic Sans MS;" value="" vertex="1">
-           <mxGeometry height="30" width="4" x="755" y="406" as="geometry" />
-         </mxCell>
        <mxCell id="v78" parent="1" style="ellipse;whiteSpace=wrap;html=1;fillColor=#9DC3F4;strokeColor=#3B5C91;strokeWidth=1;fontFamily=Comic Sans MS;" value="" vertex="1">
          <mxGeometry height="10" width="10" x="821" y="410" as="geometry" />
        </mxCell>
        <mxCell id="v79" parent="1" style="ellipse;whiteSpace=wrap;html=1;fillColor=#9DC3F4;strokeColor=#3B5C91;strokeWidth=1;fontFamily=Comic Sans MS;" value="" vertex="1">
          <mxGeometry height="10" width="10" x="821" y="431" as="geometry" />
        </mxCell>
        <mxCell id="v80" parent="1" style="ellipse;whiteSpace=wrap;html=1;fillColor=#9DC3F4;strokeColor=#3B5C91;strokeWidth=1;fontFamily=Comic Sans MS;" value="" vertex="1">
          <mxGeometry height="10" width="10" x="844" y="398" as="geometry" />
        </mxCell>
        <mxCell id="v81" parent="1" style="ellipse;whiteSpace=wrap;html=1;fillColor=#9DC3F4;strokeColor=#3B5C91;strokeWidth=1;fontFamily=Comic Sans MS;" value="" vertex="1">
          <mxGeometry height="10" width="10" x="844" y="420" as="geometry" />
        </mxCell>
        <mxCell id="v82" parent="1" style="ellipse;whiteSpace=wrap;html=1;fillColor=#9DC3F4;strokeColor=#3B5C91;strokeWidth=1;fontFamily=Comic Sans MS;" value="" vertex="1">
          <mxGeometry height="10" width="10" x="844" y="442" as="geometry" />
        </mxCell>
        <mxCell id="v83" parent="1" style="ellipse;whiteSpace=wrap;html=1;fillColor=#9DC3F4;strokeColor=#3B5C91;strokeWidth=1;fontFamily=Comic Sans MS;" value="" vertex="1">
          <mxGeometry height="10" width="10" x="867" y="410" as="geometry" />
        </mxCell>
        <mxCell id="v84" parent="1" style="ellipse;whiteSpace=wrap;html=1;fillColor=#9DC3F4;strokeColor=#3B5C91;strokeWidth=1;fontFamily=Comic Sans MS;" value="" vertex="1">
          <mxGeometry height="10" width="10" x="867" y="431" as="geometry" />
        </mxCell>
        <mxCell id="e85" edge="1" parent="1" source="v78" style="edgeStyle=none;html=1;strokeColor=#344D78;strokeWidth=1;endArrow=none;fontFamily=Comic Sans MS;" target="v80" value="">
          <mxGeometry relative="1" as="geometry" />
        </mxCell>
        <mxCell id="e86" edge="1" parent="1" source="v78" style="edgeStyle=none;html=1;strokeColor=#344D78;strokeWidth=1;endArrow=none;fontFamily=Comic Sans MS;" target="v81" value="">
          <mxGeometry relative="1" as="geometry" />
        </mxCell>
        <mxCell id="e87" edge="1" parent="1" source="v78" style="edgeStyle=none;html=1;strokeColor=#344D78;strokeWidth=1;endArrow=none;fontFamily=Comic Sans MS;" target="v82" value="">
          <mxGeometry relative="1" as="geometry" />
        </mxCell>
        <mxCell id="e88" edge="1" parent="1" source="v79" style="edgeStyle=none;html=1;strokeColor=#344D78;strokeWidth=1;endArrow=none;fontFamily=Comic Sans MS;" target="v80" value="">
          <mxGeometry relative="1" as="geometry" />
        </mxCell>
        <mxCell id="e89" edge="1" parent="1" source="v79" style="edgeStyle=none;html=1;strokeColor=#344D78;strokeWidth=1;endArrow=none;fontFamily=Comic Sans MS;" target="v81" value="">
          <mxGeometry relative="1" as="geometry" />
        </mxCell>
        <mxCell id="e90" edge="1" parent="1" source="v79" style="edgeStyle=none;html=1;strokeColor=#344D78;strokeWidth=1;endArrow=none;fontFamily=Comic Sans MS;" target="v82" value="">
          <mxGeometry relative="1" as="geometry" />
        </mxCell>
        <mxCell id="e91" edge="1" parent="1" source="v80" style="edgeStyle=none;html=1;strokeColor=#344D78;strokeWidth=1;endArrow=none;fontFamily=Comic Sans MS;" target="v83" value="">
          <mxGeometry relative="1" as="geometry" />
        </mxCell>
        <mxCell id="e92" edge="1" parent="1" source="v80" style="edgeStyle=none;html=1;strokeColor=#344D78;strokeWidth=1;endArrow=none;fontFamily=Comic Sans MS;" target="v84" value="">
          <mxGeometry relative="1" as="geometry" />
        </mxCell>
        <mxCell id="e93" edge="1" parent="1" source="v81" style="edgeStyle=none;html=1;strokeColor=#344D78;strokeWidth=1;endArrow=none;fontFamily=Comic Sans MS;" target="v83" value="">
          <mxGeometry relative="1" as="geometry" />
        </mxCell>
        <mxCell id="e94" edge="1" parent="1" source="v81" style="edgeStyle=none;html=1;strokeColor=#344D78;strokeWidth=1;endArrow=none;fontFamily=Comic Sans MS;" target="v84" value="">
          <mxGeometry relative="1" as="geometry" />
        </mxCell>
        <mxCell id="e95" edge="1" parent="1" source="v82" style="edgeStyle=none;html=1;strokeColor=#344D78;strokeWidth=1;endArrow=none;fontFamily=Comic Sans MS;" target="v83" value="">
          <mxGeometry relative="1" as="geometry" />
        </mxCell>
        <mxCell id="e96" edge="1" parent="1" source="v82" style="edgeStyle=none;html=1;strokeColor=#344D78;strokeWidth=1;endArrow=none;fontFamily=Comic Sans MS;" target="v84" value="">
          <mxGeometry relative="1" as="geometry" />
        </mxCell>
        <mxCell id="v97" parent="1" style="ellipse;whiteSpace=wrap;html=1;fillColor=#9A76D6;strokeColor=#9A76D6;strokeWidth=0;fontFamily=Comic Sans MS;" value="" vertex="1">
          <mxGeometry height="14" width="14" x="949" y="413" as="geometry" />
        </mxCell>
        <mxCell id="v98" parent="1" style="ellipse;whiteSpace=wrap;html=1;fillColor=#9A76D6;strokeColor=#9A76D6;strokeWidth=0;fontFamily=Comic Sans MS;" value="" vertex="1">
          <mxGeometry height="14" width="14" x="967" y="397" as="geometry" />
        </mxCell>
        <mxCell id="v99" parent="1" style="ellipse;whiteSpace=wrap;html=1;fillColor=#9A76D6;strokeColor=#9A76D6;strokeWidth=0;fontFamily=Comic Sans MS;" value="" vertex="1">
          <mxGeometry height="14" width="14" x="967" y="429" as="geometry" />
        </mxCell>
        <mxCell id="v100" parent="1" style="ellipse;whiteSpace=wrap;html=1;fillColor=#9A76D6;strokeColor=#9A76D6;strokeWidth=0;fontFamily=Comic Sans MS;" value="" vertex="1">
          <mxGeometry height="14" width="14" x="985" y="413" as="geometry" />
        </mxCell>
        <mxCell id="v101" parent="1" style="ellipse;whiteSpace=wrap;html=1;fillColor=#9A76D6;strokeColor=#9A76D6;strokeWidth=0;fontFamily=Comic Sans MS;" value="" vertex="1">
          <mxGeometry height="14" width="14" x="1003" y="397" as="geometry" />
        </mxCell>
        <mxCell id="v102" parent="1" style="ellipse;whiteSpace=wrap;html=1;fillColor=#9A76D6;strokeColor=#9A76D6;strokeWidth=0;fontFamily=Comic Sans MS;" value="" vertex="1">
          <mxGeometry height="14" width="14" x="1003" y="429" as="geometry" />
        </mxCell>
        <mxCell id="v103" parent="1" style="ellipse;whiteSpace=wrap;html=1;fillColor=#9A76D6;strokeColor=#9A76D6;strokeWidth=0;fontFamily=Comic Sans MS;" value="" vertex="1">
          <mxGeometry height="14" width="14" x="1021" y="413" as="geometry" />
        </mxCell>
        <mxCell id="e104" edge="1" parent="1" source="v97" style="edgeStyle=none;html=1;strokeColor=#8C71D7;strokeWidth=2;endArrow=none;fontFamily=Comic Sans MS;" target="v98" value="">
          <mxGeometry relative="1" as="geometry" />
        </mxCell>
        <mxCell id="e105" edge="1" parent="1" source="v97" style="edgeStyle=none;html=1;strokeColor=#8C71D7;strokeWidth=2;endArrow=none;fontFamily=Comic Sans MS;" target="v99" value="">
          <mxGeometry relative="1" as="geometry" />
        </mxCell>
        <mxCell id="e106" edge="1" parent="1" source="v98" style="edgeStyle=none;html=1;strokeColor=#8C71D7;strokeWidth=2;endArrow=none;fontFamily=Comic Sans MS;" target="v100" value="">
          <mxGeometry relative="1" as="geometry" />
        </mxCell>
        <mxCell id="e107" edge="1" parent="1" source="v99" style="edgeStyle=none;html=1;strokeColor=#8C71D7;strokeWidth=2;endArrow=none;fontFamily=Comic Sans MS;" target="v100" value="">
          <mxGeometry relative="1" as="geometry" />
        </mxCell>
        <mxCell id="e108" edge="1" parent="1" source="v100" style="edgeStyle=none;html=1;strokeColor=#8C71D7;strokeWidth=2;endArrow=none;fontFamily=Comic Sans MS;" target="v101" value="">
          <mxGeometry relative="1" as="geometry" />
        </mxCell>
        <mxCell id="e109" edge="1" parent="1" source="v100" style="edgeStyle=none;html=1;strokeColor=#8C71D7;strokeWidth=2;endArrow=none;fontFamily=Comic Sans MS;" target="v102" value="">
          <mxGeometry relative="1" as="geometry" />
        </mxCell>
        <mxCell id="e110" edge="1" parent="1" source="v101" style="edgeStyle=none;html=1;strokeColor=#8C71D7;strokeWidth=2;endArrow=none;fontFamily=Comic Sans MS;" target="v103" value="">
          <mxGeometry relative="1" as="geometry" />
        </mxCell>
        <mxCell id="e111" edge="1" parent="1" source="v102" style="edgeStyle=none;html=1;strokeColor=#8C71D7;strokeWidth=2;endArrow=none;fontFamily=Comic Sans MS;" target="v103" value="">
          <mxGeometry relative="1" as="geometry" />
        </mxCell>
        <mxCell id="v112" parent="1" style="shape=rect;fillColor=#E3C75E;strokeColor=#806B2A;strokeWidth=1;fontFamily=Comic Sans MS;" value="" vertex="1">
          <mxGeometry height="19" width="19" x="1080" y="400" as="geometry" />
        </mxCell>
        <mxCell id="v113" parent="1" style="shape=rect;fillColor=#F5E8A6;strokeColor=#806B2A;strokeWidth=1;fontFamily=Comic Sans MS;" value="" vertex="1">
          <mxGeometry height="19" width="19" x="1099" y="400" as="geometry" />
        </mxCell>
        <mxCell id="v114" parent="1" style="shape=rect;fillColor=#E3C75E;strokeColor=#806B2A;strokeWidth=1;fontFamily=Comic Sans MS;" value="" vertex="1">
          <mxGeometry height="19" width="19" x="1118" y="400" as="geometry" />
        </mxCell>
        <mxCell id="v115" parent="1" style="shape=rect;fillColor=#F5E8A6;strokeColor=#806B2A;strokeWidth=1;fontFamily=Comic Sans MS;" value="" vertex="1">
          <mxGeometry height="19" width="19" x="1080" y="419" as="geometry" />
        </mxCell>
        <mxCell id="v116" parent="1" style="shape=rect;fillColor=#E3C75E;strokeColor=#806B2A;strokeWidth=1;fontFamily=Comic Sans MS;" value="" vertex="1">
          <mxGeometry height="19" width="19" x="1099" y="419" as="geometry" />
        </mxCell>
        <mxCell id="v117" parent="1" style="shape=rect;fillColor=#F5E8A6;strokeColor=#806B2A;strokeWidth=1;fontFamily=Comic Sans MS;" value="" vertex="1">
          <mxGeometry height="19" width="19" x="1118" y="419" as="geometry" />
        </mxCell>
        <mxCell id="v118" parent="1" style="shape=rect;fillColor=#E3C75E;strokeColor=#806B2A;strokeWidth=1;fontFamily=Comic Sans MS;" value="" vertex="1">
          <mxGeometry height="19" width="19" x="1080" y="438" as="geometry" />
        </mxCell>
        <mxCell id="v119" parent="1" style="shape=rect;fillColor=#F5E8A6;strokeColor=#806B2A;strokeWidth=1;fontFamily=Comic Sans MS;" value="" vertex="1">
          <mxGeometry height="19" width="19" x="1099" y="438" as="geometry" />
        </mxCell>
        <mxCell id="v120" parent="1" style="shape=rect;fillColor=#E3C75E;strokeColor=#806B2A;strokeWidth=1;fontFamily=Comic Sans MS;" value="" vertex="1">
          <mxGeometry height="19" width="19" x="1118" y="438" as="geometry" />
        </mxCell>
        <mxCell id="v121" parent="1" style="shape=parallelogram;fillColor=#F6E9A9;strokeColor=#806B2A;strokeWidth=1;fontFamily=Comic Sans MS;size=0.15441176470588236;" value="" vertex="1">
          <mxGeometry height="11.5" width="68" x="1080" y="388" as="geometry" />
        </mxCell>
        <mxCell id="v122" parent="1" style="shape=parallelogram;direction=south;fillColor=#D9B94D;strokeColor=#806B2A;strokeWidth=1;fontFamily=Comic Sans MS;flipV=1;legacyAnchorPoints=0;size=0.16970802919708028;" value="" vertex="1">
          <mxGeometry height="68.5" width="11" x="1138" y="388" as="geometry" />
        </mxCell>
        <mxCell id="v123" parent="1" style="rounded=1;arcSize=20;whiteSpace=wrap;html=1;fillColor=#A9D6A6;strokeColor=#7762B0;strokeWidth=1;fontFamily=Comic Sans MS;" value="" vertex="1">
          <mxGeometry height="22" width="19" x="1200" y="408" as="geometry" />
        </mxCell>
        <mxCell id="v124" parent="1" style="rounded=1;arcSize=20;whiteSpace=wrap;html=1;fillColor=#8D70D2;strokeColor=#7762B0;strokeWidth=1;fontFamily=Comic Sans MS;" value="" vertex="1">
          <mxGeometry height="22" width="19" x="1224" y="408" as="geometry" />
        </mxCell>
        <mxCell id="v125" parent="1" style="rounded=1;arcSize=20;whiteSpace=wrap;html=1;fillColor=#B79ADB;strokeColor=#7762B0;strokeWidth=1;fontFamily=Comic Sans MS;" value="" vertex="1">
          <mxGeometry height="22" width="19" x="1248" y="408" as="geometry" />
        </mxCell>
        <mxCell id="v126" parent="1" style="text;html=1;whiteSpace=wrap;align=center;verticalAlign=middle;fontFamily=Comic Sans MS;fontSize=18;fontColor=#333333;fontStyle=1;spacing=0;" value="⋯" vertex="1">
          <mxGeometry height="20" width="12" x="1276" y="409" as="geometry" />
        </mxCell>
        <mxCell id="v127" parent="1" style="shape=line;strokeColor=#8B75D4;strokeWidth=1;dashed=1;dashPattern=6 4;fontFamily=Comic Sans MS;" value="" vertex="1">
          <mxGeometry height="1" width="620" x="685" y="476" as="geometry" />
        </mxCell>
-         <mxCell id="v128" parent="1" style="text;html=1;whiteSpace=wrap;align=center;verticalAlign=middle;fontFamily=Comic Sans MS;fontSize=19;fontColor=#222222;fontStyle=0;spacing=0;" value="&lt;span style=&quot;color: light-dark(rgb(110, 79, 197), rgb(237, 237, 237));&quot;&gt;降低声学建模复杂度，缓解文本到声学映射困难。&lt;/span&gt;" vertex="1">
+         <mxCell id="v128" parent="1" style="text;html=1;whiteSpace=wrap;align=center;verticalAlign=middle;fontFamily=Comic Sans MS;fontSize=19;fontColor=#222222;fontStyle=0;spacing=0;" value="&lt;span style=&quot;color: light-dark(rgb(110, 79, 197), rgb(237, 237, 237));&quot;&gt;解耦出语言特征，降低声学建模复杂度，缓解文本到声学映射困难&lt;/span&gt;" vertex="1">
          <mxGeometry height="30" width="575" x="707" y="485" as="geometry" />
        </mxCell>
        <mxCell id="v129" parent="1" style="rounded=1;arcSize=8;whiteSpace=wrap;html=1;fillColor=#F7FAFF;strokeColor=#9DB8E7;strokeWidth=1.5;fontFamily=Comic Sans MS;" value="" vertex="1">
          <mxGeometry height="138" width="105" x="677" y="632" as="geometry" />
        </mxCell>
        <mxCell id="v130" parent="1" style="text;html=1;whiteSpace=wrap;align=center;verticalAlign=middle;fontFamily=Comic Sans MS;fontSize=15;fontColor=#111111;fontStyle=0;spacing=0;" value="参考语音" vertex="1">
          <mxGeometry height="42" width="95" x="682" y="640" as="geometry" />
        </mxCell>
        <mxCell id="v131" parent="1" style="rounded=1;arcSize=8;whiteSpace=wrap;html=1;fillColor=#F7FAFF;strokeColor=#9DB8E7;strokeWidth=1.5;fontFamily=Comic Sans MS;" value="" vertex="1">
          <mxGeometry height="138" width="105" x="804" y="632" as="geometry" />
        </mxCell>
        <mxCell id="v132" parent="1" style="text;html=1;whiteSpace=wrap;align=center;verticalAlign=middle;fontFamily=Comic Sans MS;fontSize=15;fontColor=#111111;fontStyle=0;spacing=0;" value="wav2vec&lt;br&gt;2.0" vertex="1">
          <mxGeometry height="42" width="95" x="809" y="640" as="geometry" />
        </mxCell>
        <mxCell id="v133" parent="1" style="rounded=1;arcSize=8;whiteSpace=wrap;html=1;fillColor=#FCFAFF;strokeColor=#C5B4EC;strokeWidth=1.5;fontFamily=Comic Sans MS;" value="" vertex="1">
          <mxGeometry height="138" width="105" x="931" y="632" as="geometry" />
        </mxCell>
        <mxCell id="v134" parent="1" style="text;html=1;whiteSpace=wrap;align=center;verticalAlign=middle;fontFamily=Comic Sans MS;fontSize=15;fontColor=#111111;fontStyle=0;spacing=0;" value="任务掩码" vertex="1">
          <mxGeometry height="42" width="95" x="936" y="640" as="geometry" />
        </mxCell>
        <mxCell id="v135" parent="1" style="rounded=1;arcSize=8;whiteSpace=wrap;html=1;fillColor=#FFF9E9;strokeColor=#E5C976;strokeWidth=1.5;fontFamily=Comic Sans MS;" value="" vertex="1">
          <mxGeometry height="138" width="105" x="1058" y="632" as="geometry" />
        </mxCell>
        <mxCell id="v136" parent="1" style="text;html=1;whiteSpace=wrap;align=center;verticalAlign=middle;fontFamily=Comic Sans MS;fontSize=15;fontColor=#111111;fontStyle=0;spacing=0;" value="Emotion&lt;br&gt;Attention" vertex="1">
          <mxGeometry height="42" width="95" x="1063" y="640" as="geometry" />
        </mxCell>
        <mxCell id="v137" parent="1" style="rounded=1;arcSize=8;whiteSpace=wrap;html=1;fillColor=#F7FCF8;strokeColor=#AACDAE;strokeWidth=1.5;fontFamily=Comic Sans MS;" value="" vertex="1">
          <mxGeometry height="138" width="105" x="1185" y="632" as="geometry" />
        </mxCell>
        <mxCell id="v138" parent="1" style="text;html=1;whiteSpace=wrap;align=center;verticalAlign=middle;fontFamily=Comic Sans MS;fontSize=15;fontColor=#111111;fontStyle=0;spacing=0;" value="情感条件&lt;br&gt;特征" vertex="1">
          <mxGeometry height="42" width="95" x="1190" y="640" as="geometry" />
        </mxCell>
        <mxCell id="e139" edge="1" parent="1" source="v129" style="edgeStyle=orthogonalEdgeStyle;rounded=0;html=1;strokeColor=#111111;strokeWidth=2;endArrow=block;endFill=1;fontFamily=Comic Sans MS;" target="v131" value="">
          <mxGeometry relative="1" as="geometry" />
        </mxCell>
        <mxCell id="e140" edge="1" parent="1" source="v131" style="edgeStyle=orthogonalEdgeStyle;rounded=0;html=1;strokeColor=#111111;strokeWidth=2;endArrow=block;endFill=1;fontFamily=Comic Sans MS;" target="v133" value="">
          <mxGeometry relative="1" as="geometry" />
        </mxCell>
        <mxCell id="e141" edge="1" parent="1" source="v133" style="edgeStyle=orthogonalEdgeStyle;rounded=0;html=1;strokeColor=#111111;strokeWidth=2;endArrow=block;endFill=1;fontFamily=Comic Sans MS;" target="v135" value="">
          <mxGeometry relative="1" as="geometry" />
        </mxCell>
        <mxCell id="e142" edge="1" parent="1" source="v135" style="edgeStyle=orthogonalEdgeStyle;rounded=0;html=1;strokeColor=#111111;strokeWidth=2;endArrow=block;endFill=1;fontFamily=Comic Sans MS;" target="v137" value="">
          <mxGeometry relative="1" as="geometry" />
        </mxCell>
        <mxCell id="e143" edge="1" parent="1" style="edgeStyle=none;html=1;strokeColor=#3D75CC;strokeWidth=2;endArrow=none;" value="">
          <mxGeometry relative="1" as="geometry">
            <Array as="points">
              <mxPoint x="687" y="731" />
              <mxPoint x="692" y="731" />
            </Array>
          </mxGeometry>
        </mxCell>
        <mxCell id="e144" edge="1" parent="1" style="edgeStyle=none;html=1;strokeColor=#3D75CC;strokeWidth=2;endArrow=none;" value="">
          <mxGeometry relative="1" as="geometry">
            <Array as="points">
              <mxPoint x="692" y="731" />
              <mxPoint x="696" y="724" />
            </Array>
          </mxGeometry>
        </mxCell>
        <mxCell id="e145" edge="1" parent="1" style="edgeStyle=none;html=1;strokeColor=#3D75CC;strokeWidth=2;endArrow=none;" value="">
          <mxGeometry relative="1" as="geometry">
            <Array as="points">
              <mxPoint x="696" y="724" />
              <mxPoint x="700" y="741" />
            </Array>
          </mxGeometry>
        </mxCell>
        <mxCell id="e146" edge="1" parent="1" style="edgeStyle=none;html=1;strokeColor=#3D75CC;strokeWidth=2;endArrow=none;" value="">
          <mxGeometry relative="1" as="geometry">
            <Array as="points">
              <mxPoint x="700" y="741" />
              <mxPoint x="704" y="713" />
            </Array>
          </mxGeometry>
        </mxCell>
        <mxCell id="e147" edge="1" parent="1" style="edgeStyle=none;html=1;strokeColor=#3D75CC;strokeWidth=2;endArrow=none;" value="">
          <mxGeometry relative="1" as="geometry">
            <Array as="points">
              <mxPoint x="704" y="713" />
              <mxPoint x="708" y="748" />
            </Array>
          </mxGeometry>
        </mxCell>
        <mxCell id="e148" edge="1" parent="1" style="edgeStyle=none;html=1;strokeColor=#3D75CC;strokeWidth=2;endArrow=none;" value="">
          <mxGeometry relative="1" as="geometry">
            <Array as="points">
              <mxPoint x="708" y="748" />
              <mxPoint x="712" y="722" />
            </Array>
          </mxGeometry>
        </mxCell>
        <mxCell id="e149" edge="1" parent="1" style="edgeStyle=none;html=1;strokeColor=#3D75CC;strokeWidth=2;endArrow=none;" value="">
          <mxGeometry relative="1" as="geometry">
            <Array as="points">
              <mxPoint x="712" y="722" />
              <mxPoint x="716" y="739" />
            </Array>
          </mxGeometry>
        </mxCell>
        <mxCell id="e150" edge="1" parent="1" style="edgeStyle=none;html=1;strokeColor=#3D75CC;strokeWidth=2;endArrow=none;" value="">
          <mxGeometry relative="1" as="geometry">
            <Array as="points">
              <mxPoint x="716" y="739" />
              <mxPoint x="720" y="715" />
            </Array>
          </mxGeometry>
        </mxCell>
        <mxCell id="e151" edge="1" parent="1" style="edgeStyle=none;html=1;strokeColor=#3D75CC;strokeWidth=2;endArrow=none;" value="">
          <mxGeometry relative="1" as="geometry">
            <Array as="points">
              <mxPoint x="720" y="715" />
              <mxPoint x="724" y="747" />
            </Array>
          </mxGeometry>
        </mxCell>
        <mxCell id="e152" edge="1" parent="1" style="edgeStyle=none;html=1;strokeColor=#3D75CC;strokeWidth=2;endArrow=none;" value="">
          <mxGeometry relative="1" as="geometry">
            <Array as="points">
              <mxPoint x="724" y="747" />
              <mxPoint x="728" y="727" />
            </Array>
          </mxGeometry>
        </mxCell>
        <mxCell id="e153" edge="1" parent="1" style="edgeStyle=none;html=1;strokeColor=#3D75CC;strokeWidth=2;endArrow=none;" value="">
          <mxGeometry relative="1" as="geometry">
            <Array as="points">
              <mxPoint x="728" y="727" />
              <mxPoint x="732" y="734" />
            </Array>
          </mxGeometry>
        </mxCell>
        <mxCell id="e154" edge="1" parent="1" style="edgeStyle=none;html=1;strokeColor=#3D75CC;strokeWidth=2;endArrow=none;" value="">
          <mxGeometry relative="1" as="geometry">
            <Array as="points">
              <mxPoint x="732" y="734" />
              <mxPoint x="736" y="720" />
            </Array>
          </mxGeometry>
        </mxCell>
        <mxCell id="e155" edge="1" parent="1" style="edgeStyle=none;html=1;strokeColor=#3D75CC;strokeWidth=2;endArrow=none;" value="">
          <mxGeometry relative="1" as="geometry">
            <Array as="points">
              <mxPoint x="736" y="720" />
              <mxPoint x="740" y="744" />
            </Array>
          </mxGeometry>
        </mxCell>
        <mxCell id="e156" edge="1" parent="1" style="edgeStyle=none;html=1;strokeColor=#3D75CC;strokeWidth=2;endArrow=none;" value="">
          <mxGeometry relative="1" as="geometry">
            <Array as="points">
              <mxPoint x="740" y="744" />
              <mxPoint x="744" y="725" />
            </Array>
          </mxGeometry>
        </mxCell>
        <mxCell id="e157" edge="1" parent="1" style="edgeStyle=none;html=1;strokeColor=#3D75CC;strokeWidth=2;endArrow=none;" value="">
          <mxGeometry relative="1" as="geometry">
            <Array as="points">
              <mxPoint x="744" y="725" />
              <mxPoint x="748" y="735" />
            </Array>
          </mxGeometry>
        </mxCell>
        <mxCell id="e158" edge="1" parent="1" style="edgeStyle=none;html=1;strokeColor=#3D75CC;strokeWidth=2;endArrow=none;" value="">
          <mxGeometry relative="1" as="geometry">
            <Array as="points">
              <mxPoint x="748" y="735" />
              <mxPoint x="754" y="731" />
            </Array>
          </mxGeometry>
        </mxCell>
        <mxCell id="e159" edge="1" parent="1" style="edgeStyle=none;html=1;strokeColor=#3D75CC;strokeWidth=2;endArrow=none;" value="">
          <mxGeometry relative="1" as="geometry">
            <Array as="points">
              <mxPoint x="754" y="731" />
              <mxPoint x="763" y="731" />
            </Array>
          </mxGeometry>
        </mxCell>
        <mxCell id="v160" parent="1" style="ellipse;whiteSpace=wrap;html=1;fillColor=#8AB3EA;strokeColor=#466392;strokeWidth=1;fontFamily=Comic Sans MS;" value="" vertex="1">
          <mxGeometry height="10" width="10" x="821" y="713" as="geometry" />
        </mxCell>
        <mxCell id="v161" parent="1" style="ellipse;whiteSpace=wrap;html=1;fillColor=#8AB3EA;strokeColor=#466392;strokeWidth=1;fontFamily=Comic Sans MS;" value="" vertex="1">
          <mxGeometry height="10" width="10" x="821" y="736" as="geometry" />
        </mxCell>
        <mxCell id="v162" parent="1" style="ellipse;whiteSpace=wrap;html=1;fillColor=#8AB3EA;strokeColor=#466392;strokeWidth=1;fontFamily=Comic Sans MS;" value="" vertex="1">
          <mxGeometry height="10" width="10" x="844" y="701" as="geometry" />
        </mxCell>
        <mxCell id="v163" parent="1" style="ellipse;whiteSpace=wrap;html=1;fillColor=#8AB3EA;strokeColor=#466392;strokeWidth=1;fontFamily=Comic Sans MS;" value="" vertex="1">
          <mxGeometry height="10" width="10" x="844" y="724" as="geometry" />
        </mxCell>
        <mxCell id="v164" parent="1" style="ellipse;whiteSpace=wrap;html=1;fillColor=#8AB3EA;strokeColor=#466392;strokeWidth=1;fontFamily=Comic Sans MS;" value="" vertex="1">
          <mxGeometry height="10" width="10" x="844" y="747" as="geometry" />
        </mxCell>
        <mxCell id="v165" parent="1" style="ellipse;whiteSpace=wrap;html=1;fillColor=#8AB3EA;strokeColor=#466392;strokeWidth=1;fontFamily=Comic Sans MS;" value="" vertex="1">
          <mxGeometry height="10" width="10" x="867" y="713" as="geometry" />
        </mxCell>
        <mxCell id="v166" parent="1" style="ellipse;whiteSpace=wrap;html=1;fillColor=#8AB3EA;strokeColor=#466392;strokeWidth=1;fontFamily=Comic Sans MS;" value="" vertex="1">
          <mxGeometry height="10" width="10" x="867" y="736" as="geometry" />
        </mxCell>
        <mxCell id="e167" edge="1" parent="1" source="v160" style="edgeStyle=none;html=1;strokeColor=#49648A;strokeWidth=1;endArrow=none;fontFamily=Comic Sans MS;" target="v162" value="">
          <mxGeometry relative="1" as="geometry" />
        </mxCell>
        <mxCell id="e168" edge="1" parent="1" source="v160" style="edgeStyle=none;html=1;strokeColor=#49648A;strokeWidth=1;endArrow=none;fontFamily=Comic Sans MS;" target="v163" value="">
          <mxGeometry relative="1" as="geometry" />
        </mxCell>
        <mxCell id="e169" edge="1" parent="1" source="v160" style="edgeStyle=none;html=1;strokeColor=#49648A;strokeWidth=1;endArrow=none;fontFamily=Comic Sans MS;" target="v164" value="">
          <mxGeometry relative="1" as="geometry" />
        </mxCell>
        <mxCell id="e170" edge="1" parent="1" source="v161" style="edgeStyle=none;html=1;strokeColor=#49648A;strokeWidth=1;endArrow=none;fontFamily=Comic Sans MS;" target="v162" value="">
          <mxGeometry relative="1" as="geometry" />
        </mxCell>
        <mxCell id="e171" edge="1" parent="1" source="v161" style="edgeStyle=none;html=1;strokeColor=#49648A;strokeWidth=1;endArrow=none;fontFamily=Comic Sans MS;" target="v163" value="">
          <mxGeometry relative="1" as="geometry" />
        </mxCell>
        <mxCell id="e172" edge="1" parent="1" source="v161" style="edgeStyle=none;html=1;strokeColor=#49648A;strokeWidth=1;endArrow=none;fontFamily=Comic Sans MS;" target="v164" value="">
          <mxGeometry relative="1" as="geometry" />
        </mxCell>
        <mxCell id="e173" edge="1" parent="1" source="v162" style="edgeStyle=none;html=1;strokeColor=#49648A;strokeWidth=1;endArrow=none;fontFamily=Comic Sans MS;" target="v165" value="">
          <mxGeometry relative="1" as="geometry" />
        </mxCell>
        <mxCell id="e174" edge="1" parent="1" source="v162" style="edgeStyle=none;html=1;strokeColor=#49648A;strokeWidth=1;endArrow=none;fontFamily=Comic Sans MS;" target="v166" value="">
          <mxGeometry relative="1" as="geometry" />
        </mxCell>
        <mxCell id="e175" edge="1" parent="1" source="v163" style="edgeStyle=none;html=1;strokeColor=#49648A;strokeWidth=1;endArrow=none;fontFamily=Comic Sans MS;" target="v165" value="">
          <mxGeometry relative="1" as="geometry" />
        </mxCell>
        <mxCell id="e176" edge="1" parent="1" source="v163" style="edgeStyle=none;html=1;strokeColor=#49648A;strokeWidth=1;endArrow=none;fontFamily=Comic Sans MS;" target="v166" value="">
          <mxGeometry relative="1" as="geometry" />
        </mxCell>
        <mxCell id="e177" edge="1" parent="1" source="v164" style="edgeStyle=none;html=1;strokeColor=#49648A;strokeWidth=1;endArrow=none;fontFamily=Comic Sans MS;" target="v165" value="">
          <mxGeometry relative="1" as="geometry" />
        </mxCell>
        <mxCell id="e178" edge="1" parent="1" source="v164" style="edgeStyle=none;html=1;strokeColor=#49648A;strokeWidth=1;endArrow=none;fontFamily=Comic Sans MS;" target="v166" value="">
          <mxGeometry relative="1" as="geometry" />
        </mxCell>
        <mxCell id="v195" parent="1" style="shape=rect;fillColor=#FFFFFF;strokeColor=#333333;strokeWidth=1;fontFamily=Comic Sans MS;" value="" vertex="1">
          <mxGeometry height="12" width="12" x="1070" y="704" as="geometry" />
        </mxCell>
        <mxCell id="v196" parent="1" style="shape=rect;fillColor=#8F6BCF;strokeColor=#513B96;strokeWidth=1;fontFamily=Comic Sans MS;" value="" vertex="1">
          <mxGeometry height="16" width="16" x="1068" y="742" as="geometry" />
        </mxCell>
        <mxCell id="v197" parent="1" style="shape=rect;fillColor=#FFFFFF;strokeColor=#333333;strokeWidth=1;fontFamily=Comic Sans MS;" value="" vertex="1">
          <mxGeometry height="12" width="12" x="1088" y="704" as="geometry" />
        </mxCell>
        <mxCell id="v198" parent="1" style="shape=rect;fillColor=#8F6BCF;strokeColor=#513B96;strokeWidth=1;fontFamily=Comic Sans MS;" value="" vertex="1">
          <mxGeometry height="16" width="16" x="1088" y="742" as="geometry" />
        </mxCell>
        <mxCell id="v199" parent="1" style="shape=rect;fillColor=#FFFFFF;strokeColor=#333333;strokeWidth=1;fontFamily=Comic Sans MS;" value="" vertex="1">
          <mxGeometry height="12" width="12" x="1106" y="704" as="geometry" />
        </mxCell>
        <mxCell id="v200" parent="1" style="shape=rect;fillColor=#8F6BCF;strokeColor=#513B96;strokeWidth=1;fontFamily=Comic Sans MS;" value="" vertex="1">
          <mxGeometry height="16" width="16" x="1108" y="742" as="geometry" />
        </mxCell>
        <mxCell id="v201" parent="1" style="shape=rect;fillColor=#FFFFFF;strokeColor=#333333;strokeWidth=1;fontFamily=Comic Sans MS;" value="" vertex="1">
          <mxGeometry height="12" width="12" x="1124" y="704" as="geometry" />
        </mxCell>
        <mxCell id="v202" parent="1" style="shape=rect;fillColor=#8F6BCF;strokeColor=#513B96;strokeWidth=1;fontFamily=Comic Sans MS;" value="" vertex="1">
          <mxGeometry height="16" width="16" x="1128" y="742" as="geometry" />
        </mxCell>
        <mxCell id="v203" parent="1" style="shape=rect;fillColor=#FFFFFF;strokeColor=#333333;strokeWidth=1;fontFamily=Comic Sans MS;" value="" vertex="1">
          <mxGeometry height="12" width="12" x="1142" y="704" as="geometry" />
        </mxCell>
        <mxCell id="v204" parent="1" style="shape=rect;fillColor=#8F6BCF;strokeColor=#513B96;strokeWidth=1;fontFamily=Comic Sans MS;" value="" vertex="1">
          <mxGeometry height="16" width="16" x="1148" y="742" as="geometry" />
        </mxCell>
        <mxCell id="e205" edge="1" parent="1" source="v195" style="edgeStyle=none;html=1;strokeColor=#555555;strokeWidth=1;endArrow=none;fontFamily=Comic Sans MS;" target="v196" value="">
          <mxGeometry relative="1" as="geometry" />
        </mxCell>
        <mxCell id="e206" edge="1" parent="1" source="v195" style="edgeStyle=none;html=1;strokeColor=#555555;strokeWidth=1;endArrow=none;fontFamily=Comic Sans MS;" target="v198" value="">
          <mxGeometry relative="1" as="geometry" />
        </mxCell>
        <mxCell id="e207" edge="1" parent="1" source="v197" style="edgeStyle=none;html=1;strokeColor=#555555;strokeWidth=1;endArrow=none;fontFamily=Comic Sans MS;" target="v196" value="">
          <mxGeometry relative="1" as="geometry" />
        </mxCell>
        <mxCell id="e208" edge="1" parent="1" source="v197" style="edgeStyle=none;html=1;strokeColor=#555555;strokeWidth=1;endArrow=none;fontFamily=Comic Sans MS;" target="v198" value="">
          <mxGeometry relative="1" as="geometry" />
        </mxCell>
        <mxCell id="e209" edge="1" parent="1" source="v197" style="edgeStyle=none;html=1;strokeColor=#555555;strokeWidth=1;endArrow=none;fontFamily=Comic Sans MS;" target="v200" value="">
          <mxGeometry relative="1" as="geometry" />
        </mxCell>
        <mxCell id="e210" edge="1" parent="1" source="v199" style="edgeStyle=none;html=1;strokeColor=#555555;strokeWidth=1;endArrow=none;fontFamily=Comic Sans MS;" target="v198" value="">
          <mxGeometry relative="1" as="geometry" />
        </mxCell>
        <mxCell id="e211" edge="1" parent="1" source="v199" style="edgeStyle=none;html=1;strokeColor=#555555;strokeWidth=1;endArrow=none;fontFamily=Comic Sans MS;" target="v200" value="">
          <mxGeometry relative="1" as="geometry" />
        </mxCell>
        <mxCell id="e212" edge="1" parent="1" source="v199" style="edgeStyle=none;html=1;strokeColor=#555555;strokeWidth=1;endArrow=none;fontFamily=Comic Sans MS;" target="v202" value="">
          <mxGeometry relative="1" as="geometry" />
        </mxCell>
        <mxCell id="e213" edge="1" parent="1" source="v201" style="edgeStyle=none;html=1;strokeColor=#555555;strokeWidth=1;endArrow=none;fontFamily=Comic Sans MS;" target="v200" value="">
          <mxGeometry relative="1" as="geometry" />
        </mxCell>
        <mxCell id="e214" edge="1" parent="1" source="v201" style="edgeStyle=none;html=1;strokeColor=#555555;strokeWidth=1;endArrow=none;fontFamily=Comic Sans MS;" target="v202" value="">
          <mxGeometry relative="1" as="geometry" />
        </mxCell>
        <mxCell id="e215" edge="1" parent="1" source="v201" style="edgeStyle=none;html=1;strokeColor=#555555;strokeWidth=1;endArrow=none;fontFamily=Comic Sans MS;" target="v204" value="">
          <mxGeometry relative="1" as="geometry" />
        </mxCell>
        <mxCell id="e216" edge="1" parent="1" source="v203" style="edgeStyle=none;html=1;strokeColor=#555555;strokeWidth=1;endArrow=none;fontFamily=Comic Sans MS;" target="v202" value="">
          <mxGeometry relative="1" as="geometry" />
        </mxCell>
        <mxCell id="e217" edge="1" parent="1" source="v203" style="edgeStyle=none;html=1;strokeColor=#555555;strokeWidth=1;endArrow=none;fontFamily=Comic Sans MS;" target="v204" value="">
          <mxGeometry relative="1" as="geometry" />
        </mxCell>
        <mxCell id="v218" parent="1" style="shape=rect;fillColor=#8B6AC7;gradientColor=#C6B4E7;gradientDirection=north;strokeColor=#6E55A9;strokeWidth=1;fontFamily=Comic Sans MS;" value="" vertex="1">
          <mxGeometry height="34" width="16" x="1198" y="714" as="geometry" />
        </mxCell>
        <mxCell id="v219" parent="1" style="shape=rect;fillColor=#8B6AC7;gradientColor=#C6B4E7;gradientDirection=north;strokeColor=#6E55A9;strokeWidth=1;fontFamily=Comic Sans MS;" value="" vertex="1">
          <mxGeometry height="42" width="16" x="1220" y="706" as="geometry" />
        </mxCell>
        <mxCell id="v220" parent="1" style="shape=rect;fillColor=#8B6AC7;gradientColor=#C6B4E7;gradientDirection=north;strokeColor=#6E55A9;strokeWidth=1;fontFamily=Comic Sans MS;" value="" vertex="1">
          <mxGeometry height="38" width="16" x="1242" y="710" as="geometry" />
        </mxCell>
        <mxCell id="v221" parent="1" style="shape=rect;fillColor=#8B6AC7;gradientColor=#C6B4E7;gradientDirection=north;strokeColor=#6E55A9;strokeWidth=1;fontFamily=Comic Sans MS;" value="" vertex="1">
          <mxGeometry height="31" width="16" x="1264" y="717" as="geometry" />
        </mxCell>
        <mxCell id="v222" parent="1" style="text;html=1;whiteSpace=wrap;align=center;verticalAlign=middle;fontFamily=Comic Sans MS;fontSize=18;fontColor=#333333;fontStyle=1;spacing=0;" value="⋯" vertex="1">
          <mxGeometry height="20" width="12" x="1276" y="715" as="geometry" />
        </mxCell>
        <mxCell id="v223" parent="1" style="shape=line;strokeColor=#8B75D4;strokeWidth=1;dashed=1;dashPattern=6 4;fontFamily=Comic Sans MS;" value="" vertex="1">
          <mxGeometry height="1" width="620" x="685" y="786" as="geometry" />
        </mxCell>
-         <mxCell id="v224" parent="1" style="text;html=1;whiteSpace=wrap;align=center;verticalAlign=middle;fontFamily=Comic Sans MS;fontSize=19;fontColor=#222222;fontStyle=0;spacing=0;" value="&lt;span style=&quot;color: light-dark(rgb(110, 79, 197), rgb(237, 237, 237));&quot;&gt;削弱非情感因素干扰，提取更纯净稳定的情感特征。&lt;/span&gt;" vertex="1">
+         <mxCell id="v224" parent="1" style="text;html=1;whiteSpace=wrap;align=center;verticalAlign=middle;fontFamily=Comic Sans MS;fontSize=19;fontColor=#222222;fontStyle=0;spacing=0;" value="&lt;span style=&quot;color: light-dark(rgb(110, 79, 197), rgb(237, 237, 237));&quot;&gt;削弱非情感因素干扰，提取更纯净稳定的情感特征&lt;/span&gt;" vertex="1">
          <mxGeometry height="30" width="580" x="705" y="795" as="geometry" />
        </mxCell>
        <mxCell id="e225" edge="1" parent="1" style="edgeStyle=orthogonalEdgeStyle;rounded=0;html=1;strokeColor=#5D43B3;strokeWidth=4;endArrow=none;" value="">
          <mxGeometry relative="1" as="geometry">
            <Array as="points">
              <mxPoint x="1322" y="378" />
              <mxPoint x="1355" y="378" />
              <mxPoint x="1355" y="519" />
            </Array>
          </mxGeometry>
        </mxCell>
        <mxCell id="e226" edge="1" parent="1" style="edgeStyle=orthogonalEdgeStyle;rounded=0;html=1;strokeColor=#5D43B3;strokeWidth=4;endArrow=none;" value="">
          <mxGeometry relative="1" as="geometry">
            <Array as="points">
              <mxPoint x="1322" y="695" />
              <mxPoint x="1355" y="695" />
              <mxPoint x="1355" y="519" />
            </Array>
          </mxGeometry>
        </mxCell>
        <mxCell id="e227" edge="1" parent="1" style="edgeStyle=orthogonalEdgeStyle;rounded=0;html=1;strokeColor=#5D43B3;strokeWidth=4;endArrow=block;endFill=1;" value="">
          <mxGeometry relative="1" as="geometry">
            <Array as="points">
              <mxPoint x="1355" y="519" />
              <mxPoint x="1403" y="519" />
            </Array>
          </mxGeometry>
        </mxCell>
        <mxCell id="v228" parent="1" style="ellipse;whiteSpace=wrap;html=1;fillColor=#FFFFFF;strokeColor=#D6C9EE;strokeWidth=5;fontFamily=Comic Sans MS;" value="" vertex="1">
          <mxGeometry height="135" width="135" x="1448" y="328" as="geometry" />
        </mxCell>
        <mxCell id="v229" parent="1" style="ellipse;whiteSpace=wrap;html=1;fillColor=#FFFFFF;strokeColor=#6F54BA;strokeWidth=9;fontFamily=Comic Sans MS;" value="" vertex="1">
          <mxGeometry height="92" width="92" x="1470" y="350" as="geometry" />
        </mxCell>
        <mxCell id="v230" parent="1" style="ellipse;whiteSpace=wrap;html=1;fillColor=#FFFFFF;strokeColor=#6F54BA;strokeWidth=9;fontFamily=Comic Sans MS;" value="" vertex="1">
          <mxGeometry height="48" width="48" x="1492" y="372" as="geometry" />
        </mxCell>
        <mxCell id="v231" parent="1" style="ellipse;whiteSpace=wrap;html=1;fillColor=#6F54BA;strokeColor=#6F54BA;strokeWidth=0;fontFamily=Comic Sans MS;" value="" vertex="1">
          <mxGeometry height="16" width="16" x="1508" y="388" as="geometry" />
        </mxCell>
        <mxCell id="v232" parent="1" style="shape=rect;rotation=-45;fillColor=#6F54BA;strokeColor=none;fontFamily=Comic Sans MS;" value="" vertex="1">
          <mxGeometry height="10" width="62" x="1514" y="365" as="geometry" />
        </mxCell>
        <mxCell id="v233" parent="1" style="shape=triangle;direction=east;rotation=-45;fillColor=#6F54BA;strokeColor=none;fontFamily=Comic Sans MS;" value="" vertex="1">
          <mxGeometry height="28" width="28" x="1561" y="341" as="geometry" />
        </mxCell>
        <mxCell id="v234" parent="1" style="shape=line;strokeColor=#8B75D4;strokeWidth=1;dashed=1;dashPattern=6 4;fontFamily=Comic Sans MS;" value="" vertex="1">
          <mxGeometry height="1" width="180" x="1425" y="522" as="geometry" />
        </mxCell>
        <mxCell id="v235" parent="1" style="text;html=1;whiteSpace=wrap;align=center;verticalAlign=middle;fontFamily=Comic Sans MS;fontSize=24;fontColor=#5134A6;fontStyle=1;spacing=0;" value="提升合成语音的&lt;br&gt;自然度、&lt;br&gt;情感可控性与&lt;br&gt;声学质量。" vertex="1">
          <mxGeometry height="180" width="170" x="1430" y="555" as="geometry" />
        </mxCell>
        <mxCell id="mLJ6RkBWi0f_F3Ge-QQL-3" connectable="0" parent="1" style="group" value="" vertex="1">
          <mxGeometry height="68" width="80" x="945" y="690" as="geometry" />
        </mxCell>
        <mxCell id="v179" parent="mLJ6RkBWi0f_F3Ge-QQL-3" style="shape=rect;fillColor=#222222;strokeColor=#777777;strokeWidth=1;fontFamily=Comic Sans MS;" value="" vertex="1">
          <mxGeometry height="17" width="20" as="geometry" />
        </mxCell>
        <mxCell id="v180" parent="mLJ6RkBWi0f_F3Ge-QQL-3" style="shape=rect;fillColor=#F4F2F7;strokeColor=#777777;strokeWidth=1;fontFamily=Comic Sans MS;" value="" vertex="1">
          <mxGeometry height="17" width="20" x="20" as="geometry" />
        </mxCell>
        <mxCell id="v181" parent="mLJ6RkBWi0f_F3Ge-QQL-3" style="shape=rect;fillColor=#FFFFFF;strokeColor=#777777;strokeWidth=1;fontFamily=Comic Sans MS;" value="" vertex="1">
          <mxGeometry height="17" width="20" x="40" as="geometry" />
        </mxCell>
        <mxCell id="v182" parent="mLJ6RkBWi0f_F3Ge-QQL-3" style="shape=rect;fillColor=#FFFFFF;strokeColor=#777777;strokeWidth=1;fontFamily=Comic Sans MS;" value="" vertex="1">
          <mxGeometry height="17" width="20" x="60" as="geometry" />
        </mxCell>
        <mxCell id="v183" parent="mLJ6RkBWi0f_F3Ge-QQL-3" style="shape=rect;fillColor=#F6F4F7;strokeColor=#777777;strokeWidth=1;fontFamily=Comic Sans MS;" value="" vertex="1">
          <mxGeometry height="17" width="20" y="17" as="geometry" />
        </mxCell>
        <mxCell id="v184" parent="mLJ6RkBWi0f_F3Ge-QQL-3" style="shape=rect;fillColor=#FFFFFF;strokeColor=#777777;strokeWidth=1;fontFamily=Comic Sans MS;" value="" vertex="1">
          <mxGeometry height="17" width="20" x="20" y="17" as="geometry" />
        </mxCell>
        <mxCell id="v185" parent="mLJ6RkBWi0f_F3Ge-QQL-3" style="shape=rect;fillColor=#ECE8F3;strokeColor=#777777;strokeWidth=1;fontFamily=Comic Sans MS;" value="" vertex="1">
          <mxGeometry height="17" width="20" x="40" y="17" as="geometry" />
        </mxCell>
        <mxCell id="v186" parent="mLJ6RkBWi0f_F3Ge-QQL-3" style="shape=rect;fillColor=#FFFFFF;strokeColor=#777777;strokeWidth=1;fontFamily=Comic Sans MS;" value="" vertex="1">
          <mxGeometry height="17" width="20" x="60" y="17" as="geometry" />
        </mxCell>
        <mxCell id="v187" parent="mLJ6RkBWi0f_F3Ge-QQL-3" style="shape=rect;fillColor=#FFFFFF;strokeColor=#777777;strokeWidth=1;fontFamily=Comic Sans MS;" value="" vertex="1">
          <mxGeometry height="17" width="20" y="34" as="geometry" />
        </mxCell>
        <mxCell id="v188" parent="mLJ6RkBWi0f_F3Ge-QQL-3" style="shape=rect;fillColor=#ECE8F3;strokeColor=#777777;strokeWidth=1;fontFamily=Comic Sans MS;" value="" vertex="1">
          <mxGeometry height="17" width="20" x="20" y="34" as="geometry" />
        </mxCell>
        <mxCell id="v189" parent="mLJ6RkBWi0f_F3Ge-QQL-3" style="shape=rect;fillColor=#FFFFFF;strokeColor=#777777;strokeWidth=1;fontFamily=Comic Sans MS;" value="" vertex="1">
          <mxGeometry height="17" width="20" x="40" y="34" as="geometry" />
        </mxCell>
        <mxCell id="v190" parent="mLJ6RkBWi0f_F3Ge-QQL-3" style="shape=rect;fillColor=#F7F5FA;strokeColor=#777777;strokeWidth=1;fontFamily=Comic Sans MS;" value="" vertex="1">
          <mxGeometry height="17" width="20" x="60" y="34" as="geometry" />
        </mxCell>
        <mxCell id="v191" parent="mLJ6RkBWi0f_F3Ge-QQL-3" style="shape=rect;fillColor=#FFFFFF;strokeColor=#777777;strokeWidth=1;fontFamily=Comic Sans MS;" value="" vertex="1">
          <mxGeometry height="17" width="20" y="51" as="geometry" />
        </mxCell>
        <mxCell id="v192" parent="mLJ6RkBWi0f_F3Ge-QQL-3" style="shape=rect;fillColor=#FFFFFF;strokeColor=#777777;strokeWidth=1;fontFamily=Comic Sans MS;" value="" vertex="1">
          <mxGeometry height="17" width="20" x="20" y="51" as="geometry" />
        </mxCell>
        <mxCell id="v193" parent="mLJ6RkBWi0f_F3Ge-QQL-3" style="shape=rect;fillColor=#F3F0F7;strokeColor=#777777;strokeWidth=1;fontFamily=Comic Sans MS;" value="" vertex="1">
          <mxGeometry height="17" width="20" x="40" y="51" as="geometry" />
        </mxCell>
        <mxCell id="v194" parent="mLJ6RkBWi0f_F3Ge-QQL-3" style="shape=rect;fillColor=#222222;strokeColor=#777777;strokeWidth=1;fontFamily=Comic Sans MS;" value="" vertex="1">
          <mxGeometry height="17" width="20" x="60" y="51" as="geometry" />
+         </mxCell>
+         <mxCell id="mLJ6RkBWi0f_F3Ge-QQL-5" connectable="0" parent="1" style="group" value="" vertex="1">
+           <mxGeometry height="38" width="72" x="694" y="402" as="geometry" />
+         </mxCell>
+         <mxCell id="v69" parent="mLJ6RkBWi0f_F3Ge-QQL-5" style="shape=rect;rounded=0;fillColor=#CFE4FF;gradientColor=#2D66BA;gradientDirection=east;strokeColor=#8AA8DC;fontFamily=Comic Sans MS;" value="" vertex="1">
+           <mxGeometry height="38" width="72" as="geometry" />
+         </mxCell>
+         <mxCell id="v70" parent="mLJ6RkBWi0f_F3Ge-QQL-5" style="shape=rect;fillColor=#4B79C4;strokeColor=none;fontFamily=Comic Sans MS;" value="" vertex="1">
+           <mxGeometry height="18" width="4" x="5" y="16" as="geometry" />
+         </mxCell>
+         <mxCell id="v71" parent="mLJ6RkBWi0f_F3Ge-QQL-5" style="shape=rect;fillColor=#8FC5F2;strokeColor=none;fontFamily=Comic Sans MS;" value="" vertex="1">
+           <mxGeometry height="28" width="4" x="13" y="6" as="geometry" />
+         </mxCell>
+         <mxCell id="v72" parent="mLJ6RkBWi0f_F3Ge-QQL-5" style="shape=rect;fillColor=#4B79C4;strokeColor=none;fontFamily=Comic Sans MS;" value="" vertex="1">
+           <mxGeometry height="22" width="4" x="21" y="12" as="geometry" />
+         </mxCell>
+         <mxCell id="v73" parent="mLJ6RkBWi0f_F3Ge-QQL-5" style="shape=rect;fillColor=#8FC5F2;strokeColor=none;fontFamily=Comic Sans MS;" value="" vertex="1">
+           <mxGeometry height="34" width="4" x="29" as="geometry" />
+         </mxCell>
+         <mxCell id="v74" parent="mLJ6RkBWi0f_F3Ge-QQL-5" style="shape=rect;fillColor=#4B79C4;strokeColor=none;fontFamily=Comic Sans MS;" value="" vertex="1">
+           <mxGeometry height="26" width="4" x="37" y="8" as="geometry" />
+         </mxCell>
+         <mxCell id="v75" parent="mLJ6RkBWi0f_F3Ge-QQL-5" style="shape=rect;fillColor=#8FC5F2;strokeColor=none;fontFamily=Comic Sans MS;" value="" vertex="1">
+           <mxGeometry height="32" width="4" x="45" y="2" as="geometry" />
+         </mxCell>
+         <mxCell id="v76" parent="mLJ6RkBWi0f_F3Ge-QQL-5" style="shape=rect;fillColor=#4B79C4;strokeColor=none;fontFamily=Comic Sans MS;" value="" vertex="1">
+           <mxGeometry height="20" width="4" x="53" y="14" as="geometry" />
+         </mxCell>
+         <mxCell id="v77" parent="mLJ6RkBWi0f_F3Ge-QQL-5" style="shape=rect;fillColor=#8FC5F2;strokeColor=none;fontFamily=Comic Sans MS;" value="" vertex="1">
+           <mxGeometry height="30" width="4" x="61" y="4" as="geometry" />
+         </mxCell>
+         <mxCell id="mLJ6RkBWi0f_F3Ge-QQL-6" connectable="0" parent="1" style="group" value="" vertex="1">
+           <mxGeometry height="38" width="72" x="694" y="709" as="geometry" />
+         </mxCell>
+         <mxCell id="mLJ6RkBWi0f_F3Ge-QQL-7" parent="mLJ6RkBWi0f_F3Ge-QQL-6" style="shape=rect;rounded=0;fillColor=#CFE4FF;gradientColor=#2D66BA;gradientDirection=east;strokeColor=#8AA8DC;fontFamily=Comic Sans MS;" value="" vertex="1">
+           <mxGeometry height="38" width="72" as="geometry" />
+         </mxCell>
+         <mxCell id="mLJ6RkBWi0f_F3Ge-QQL-8" parent="mLJ6RkBWi0f_F3Ge-QQL-6" style="shape=rect;fillColor=#4B79C4;strokeColor=none;fontFamily=Comic Sans MS;" value="" vertex="1">
+           <mxGeometry height="18" width="4" x="5" y="16" as="geometry" />
+         </mxCell>
+         <mxCell id="mLJ6RkBWi0f_F3Ge-QQL-9" parent="mLJ6RkBWi0f_F3Ge-QQL-6" style="shape=rect;fillColor=#8FC5F2;strokeColor=none;fontFamily=Comic Sans MS;" value="" vertex="1">
+           <mxGeometry height="28" width="4" x="13" y="6" as="geometry" />
+         </mxCell>
+         <mxCell id="mLJ6RkBWi0f_F3Ge-QQL-10" parent="mLJ6RkBWi0f_F3Ge-QQL-6" style="shape=rect;fillColor=#4B79C4;strokeColor=none;fontFamily=Comic Sans MS;" value="" vertex="1">
+           <mxGeometry height="22" width="4" x="21" y="12" as="geometry" />
+         </mxCell>
+         <mxCell id="mLJ6RkBWi0f_F3Ge-QQL-11" parent="mLJ6RkBWi0f_F3Ge-QQL-6" style="shape=rect;fillColor=#8FC5F2;strokeColor=none;fontFamily=Comic Sans MS;" value="" vertex="1">
+           <mxGeometry height="34" width="4" x="29" as="geometry" />
+         </mxCell>
+         <mxCell id="mLJ6RkBWi0f_F3Ge-QQL-12" parent="mLJ6RkBWi0f_F3Ge-QQL-6" style="shape=rect;fillColor=#4B79C4;strokeColor=none;fontFamily=Comic Sans MS;" value="" vertex="1">
+           <mxGeometry height="26" width="4" x="37" y="8" as="geometry" />
+         </mxCell>
+         <mxCell id="mLJ6RkBWi0f_F3Ge-QQL-13" parent="mLJ6RkBWi0f_F3Ge-QQL-6" style="shape=rect;fillColor=#8FC5F2;strokeColor=none;fontFamily=Comic Sans MS;" value="" vertex="1">
+           <mxGeometry height="32" width="4" x="45" y="2" as="geometry" />
+         </mxCell>
+         <mxCell id="mLJ6RkBWi0f_F3Ge-QQL-14" parent="mLJ6RkBWi0f_F3Ge-QQL-6" style="shape=rect;fillColor=#4B79C4;strokeColor=none;fontFamily=Comic Sans MS;" value="" vertex="1">
+           <mxGeometry height="20" width="4" x="53" y="14" as="geometry" />
+         </mxCell>
+         <mxCell id="mLJ6RkBWi0f_F3Ge-QQL-15" parent="mLJ6RkBWi0f_F3Ge-QQL-6" style="shape=rect;fillColor=#8FC5F2;strokeColor=none;fontFamily=Comic Sans MS;" value="" vertex="1">
+           <mxGeometry height="30" width="4" x="61" y="4" as="geometry" />
        </mxCell>
      </root>
    </mxGraphModel>
  </diagram>
</mxfile>
